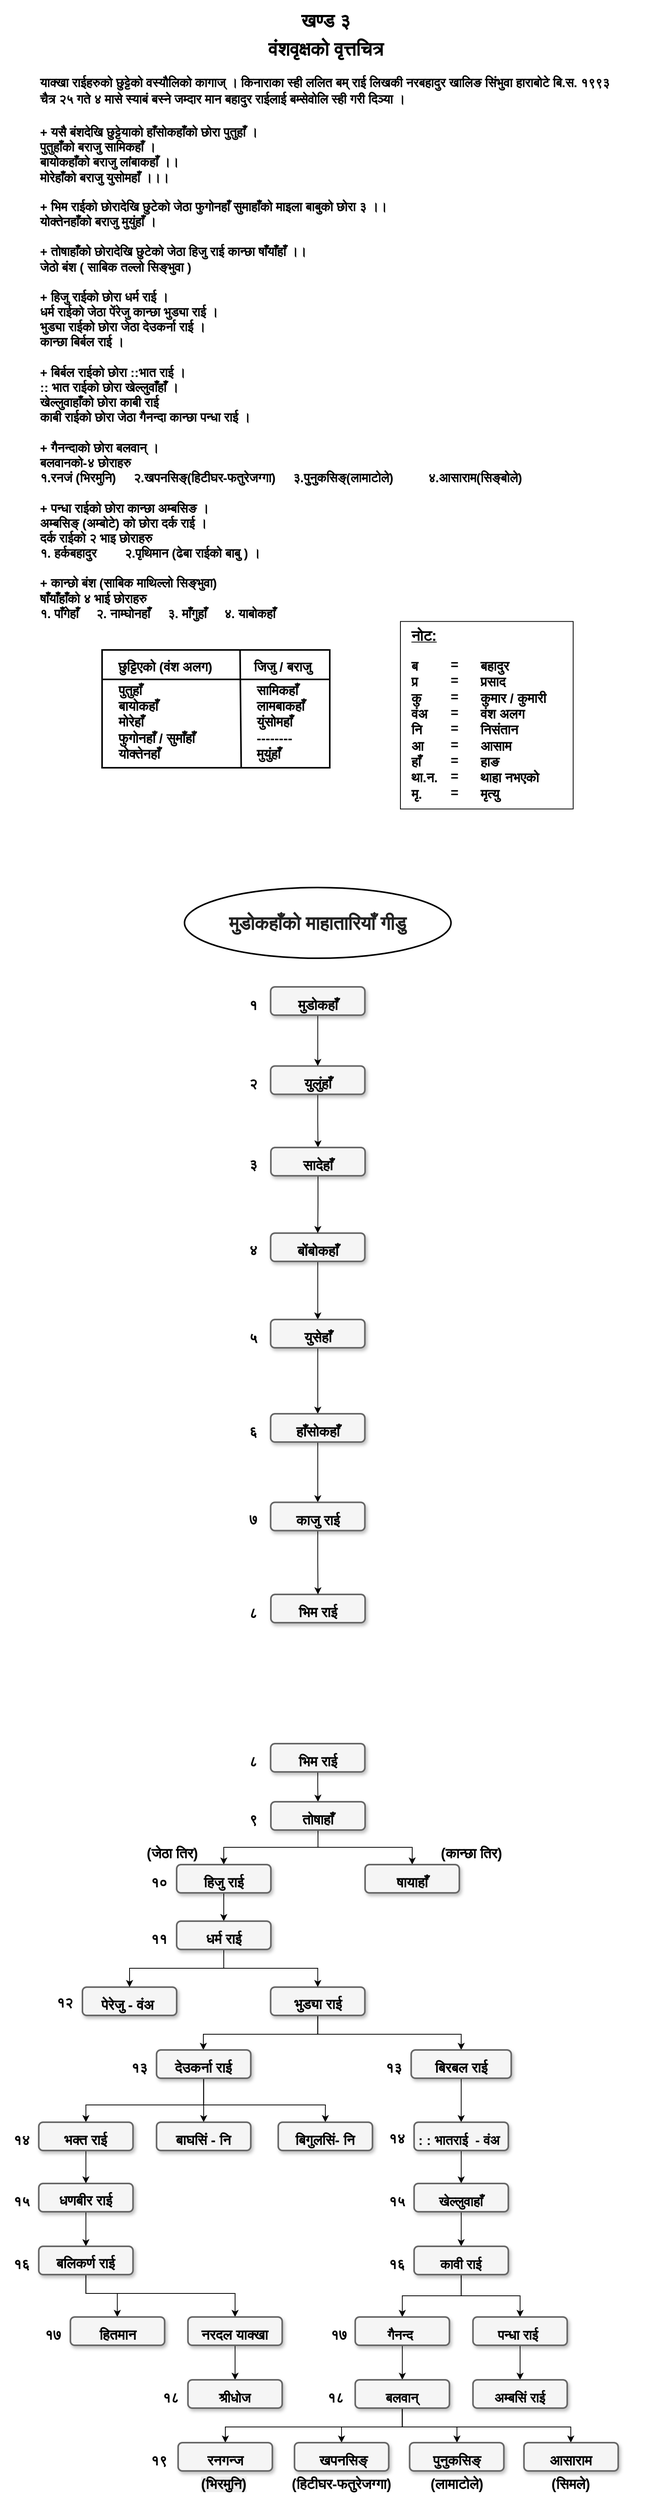
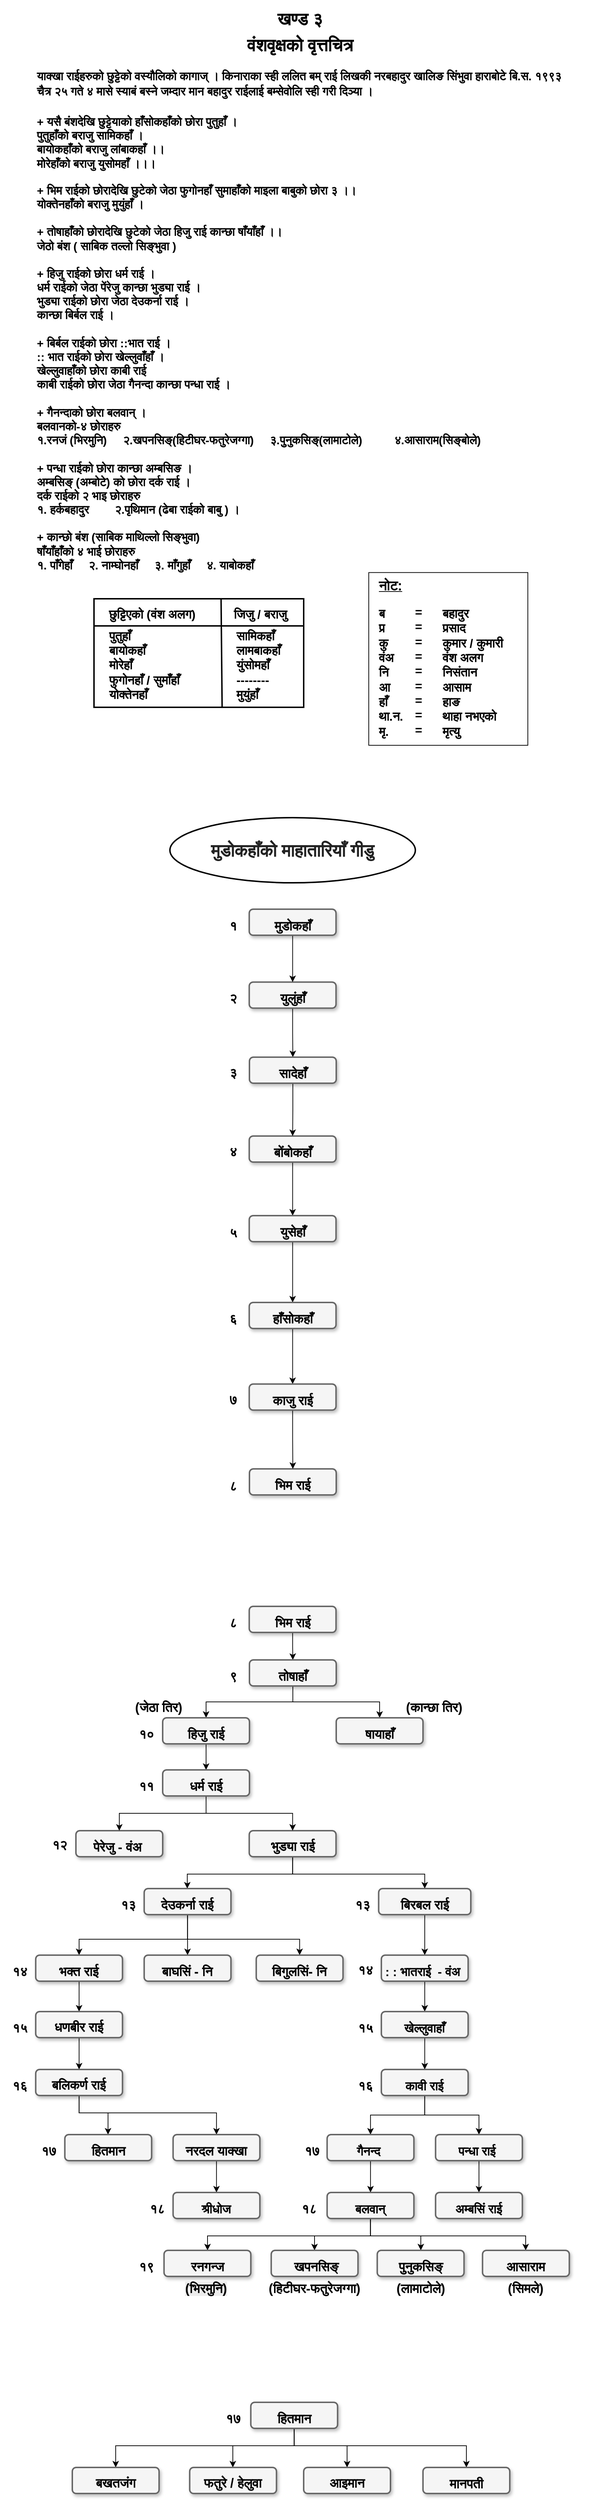
<mxfile host="app.diagrams.net">
  <diagram name="Page-1" id="8f1rnoJ54imUJZ3Wqrcn">
-     <mxGraphModel dx="2435" dy="1290" grid="1" gridSize="10" guides="1" tooltips="1" connect="1" arrows="1" fold="1" page="1" pageScale="1" pageWidth="850" pageHeight="1100" math="0" shadow="0">
+     <mxGraphModel dx="1082" dy="573" grid="1" gridSize="10" guides="1" tooltips="1" connect="1" arrows="1" fold="1" page="1" pageScale="1" pageWidth="850" pageHeight="1100" math="0" shadow="0">
      <root>
        <mxCell id="0" />
        <mxCell id="1" parent="0" />
        <mxCell id="NBtEsrI96ws6vpRakEqm-1" parent="1" style="rounded=0;whiteSpace=wrap;html=1;" value="" vertex="1">
          <mxGeometry height="238.75" width="220" x="530" y="821.25" as="geometry" />
        </mxCell>
        <mxCell id="NBtEsrI96ws6vpRakEqm-2" parent="1" style="text;whiteSpace=wrap;html=1;align=left;fontSize=15;verticalAlign=bottom;fontStyle=1;strokeWidth=2;" value="&lt;font style=&quot;line-height: 1.3;&quot;&gt;&lt;br&gt;&lt;font style=&quot;font-size: 16px;&quot;&gt;याक्खा राईहरुको छुट्टेको वस्यौलिको कागाज् । किनाराका स्ही ललित बम् राई लिखकी नरबहादुर खालिङ सिंभुवा हाराबोटे बि.स. १९९३ चैत्र २५ गते ४ मासे स्याबं बस्ने जम्दार मान बहादुर राईलाई बम्सेवोलि स्ही गरी दिञ्या ।&lt;/font&gt;&lt;/font&gt;" vertex="1">
          <mxGeometry height="70" width="740" x="69.39" y="100" as="geometry" />
        </mxCell>
        <mxCell id="NBtEsrI96ws6vpRakEqm-3" parent="1" style="text;whiteSpace=wrap;html=1;align=left;fontSize=15;verticalAlign=bottom;fontStyle=1;strokeWidth=2;" value="&lt;div&gt;&lt;font style=&quot;font-size: 16px;&quot;&gt;+ यसै बंशदेखि छुट्टेयाको हाँसोकहाँको छोरा पुतुहाँ ।&lt;/font&gt;&lt;/div&gt;&lt;div&gt;&lt;font style=&quot;font-size: 16px;&quot;&gt;पुतुहाँको बराजु सामिकहाँ ।&lt;/font&gt;&lt;/div&gt;&lt;div&gt;&lt;font style=&quot;font-size: 16px;&quot;&gt;बायोकहाँको बराजु लांबाकहाँ ।।&lt;/font&gt;&lt;/div&gt;&lt;div&gt;&lt;font style=&quot;font-size: 16px;&quot;&gt;मोरेहाँको बराजु युसोमहाँ ।।।&lt;/font&gt;&lt;/div&gt;&lt;div&gt;&lt;br&gt;&lt;/div&gt;&lt;div&gt;&lt;font style=&quot;font-size: 16px;&quot;&gt;+ भिम राईको छोरादेखि छुटेको जेठा फुगोनहाँ सुमाहाँको माइला बाबुको छोरा ३ ।।&lt;/font&gt;&lt;/div&gt;&lt;div&gt;&lt;font style=&quot;font-size: 16px;&quot;&gt;योक्तेनहाँको बराजु मुयुंहाँ ।&lt;/font&gt;&lt;/div&gt;&lt;div&gt;&lt;font style=&quot;font-size: 16px;&quot;&gt;&lt;br&gt;&lt;/font&gt;&lt;/div&gt;&lt;div&gt;&lt;font style=&quot;font-size: 16px;&quot;&gt;+ तोषाहाँको छोरादेखि छुटेको जेठा हिजु राई कान्छा षाँयाँहाँ ।।&lt;/font&gt;&lt;/div&gt;&lt;div&gt;&lt;font style=&quot;font-size: 16px;&quot;&gt;जेठो बंश ( साबिक तल्लो सिङ्भुवा )&lt;/font&gt;&lt;/div&gt;&lt;div&gt;&lt;font style=&quot;font-size: 16px;&quot;&gt;&lt;br&gt;&lt;/font&gt;&lt;/div&gt;&lt;div&gt;&lt;font style=&quot;font-size: 16px;&quot;&gt;+ हिजु राईको छोरा धर्म राई ।&lt;/font&gt;&lt;/div&gt;&lt;div&gt;&lt;font style=&quot;font-size: 16px;&quot;&gt;धर्म राईको जेठा पेंरेजु कान्छा भुड्या राई ।&lt;/font&gt;&lt;/div&gt;&lt;div&gt;&lt;font style=&quot;font-size: 16px;&quot;&gt;भुड्या राईको छोरा जेठा देउकर्ना राई ।&lt;/font&gt;&lt;/div&gt;&lt;div&gt;&lt;font style=&quot;font-size: 16px;&quot;&gt;कान्छा बिर्बल राई ।&lt;/font&gt;&lt;/div&gt;&lt;div&gt;&lt;font style=&quot;font-size: 16px;&quot;&gt;&lt;br&gt;&lt;/font&gt;&lt;/div&gt;&lt;div&gt;&lt;font style=&quot;font-size: 16px;&quot;&gt;+ बिर्बल राईको छोरा ::भात राई ।&lt;/font&gt;&lt;/div&gt;&lt;div&gt;&lt;font style=&quot;font-size: 16px;&quot;&gt;:: भात राईको छोरा खेल्लुवाँहाँ ।&lt;/font&gt;&lt;/div&gt;&lt;div&gt;&lt;font style=&quot;font-size: 16px;&quot;&gt;खेल्लुवाहाँको छोरा काबी राई&amp;nbsp;&lt;/font&gt;&lt;/div&gt;&lt;div&gt;&lt;font style=&quot;font-size: 16px;&quot;&gt;काबी राईको छोरा जेठा गैनन्दा कान्छा पन्धा राई ।&lt;/font&gt;&lt;/div&gt;&lt;div&gt;&lt;font style=&quot;font-size: 16px;&quot;&gt;&lt;br&gt;&lt;/font&gt;&lt;/div&gt;&lt;div&gt;&lt;font style=&quot;font-size: 16px;&quot;&gt;+ गैनन्दाको छोरा बलवान् ।&lt;/font&gt;&lt;/div&gt;&lt;div&gt;&lt;font style=&quot;font-size: 16px;&quot;&gt;बलवानको-४ छोराहरु&lt;/font&gt;&lt;/div&gt;&lt;div&gt;&lt;font style=&quot;font-size: 16px;&quot;&gt;१.रनजं (भिरमुनि)&amp;nbsp; &amp;nbsp; &amp;nbsp;२.खपनसिङ्(हिटीघर-फतुरेजग्गा)&amp;nbsp; &amp;nbsp; &amp;nbsp;३.&lt;/font&gt;&lt;span style=&quot;font-size: 16px; background-color: transparent; color: light-dark(rgb(0, 0, 0), rgb(255, 255, 255));&quot;&gt;पुुनुकसिङ्(लामाटोले)&lt;/span&gt;&lt;span style=&quot;font-size: 16px;&quot;&gt;&amp;nbsp; &amp;nbsp; &amp;nbsp; &amp;nbsp; &amp;nbsp;&amp;nbsp;&lt;/span&gt;&lt;span style=&quot;font-size: 16px; background-color: transparent; color: light-dark(rgb(0, 0, 0), rgb(255, 255, 255));&quot;&gt;४.आसाराम(सिङ्बोले)&lt;/span&gt;&lt;/div&gt;&lt;div&gt;&lt;font style=&quot;font-size: 16px;&quot;&gt;&lt;br&gt;&lt;/font&gt;&lt;/div&gt;&lt;div&gt;&lt;font style=&quot;font-size: 16px;&quot;&gt;+ पन्धा राईको छोरा कान्छा अम्बसिङ ।&lt;/font&gt;&lt;/div&gt;&lt;div&gt;&lt;font style=&quot;font-size: 16px;&quot;&gt;अम्बसिङ् (अम्बोटे) को छोरा दर्क राई ।&lt;/font&gt;&lt;/div&gt;&lt;div&gt;&lt;font style=&quot;font-size: 16px;&quot;&gt;दर्क राईको २ भाइ छोराहरु&lt;/font&gt;&lt;/div&gt;&lt;div&gt;&lt;font style=&quot;font-size: 16px;&quot;&gt;१. हर्कबहादुर&amp;nbsp; &amp;nbsp; &amp;nbsp; &amp;nbsp; २.पृथिमान (ढेबा राईको बाबु ) ।&lt;/font&gt;&lt;/div&gt;&lt;div&gt;&lt;font style=&quot;font-size: 16px;&quot;&gt;&lt;br&gt;&lt;/font&gt;&lt;/div&gt;&lt;div&gt;&lt;font style=&quot;font-size: 16px;&quot;&gt;+ कान्छो बंश (साबिक माथिल्लो सिङ्भुवा)&lt;/font&gt;&lt;/div&gt;&lt;div&gt;&lt;font style=&quot;font-size: 16px;&quot;&gt;षाँयाँहाँको ४ भाई छोराहरु&amp;nbsp;&lt;/font&gt;&lt;/div&gt;&lt;div&gt;&lt;font style=&quot;font-size: 16px;&quot;&gt;१. पाँगेहाँ&amp;nbsp; &amp;nbsp; &amp;nbsp;२. नाम्घोनहाँ&amp;nbsp; &amp;nbsp; &amp;nbsp;३. माँगुहाँ&amp;nbsp; &amp;nbsp; &amp;nbsp;४. याबोकहाँ&amp;nbsp;&lt;/font&gt;&lt;/div&gt;" vertex="1">
          <mxGeometry height="692.5" width="770.61" x="69.39" y="130" as="geometry" />
        </mxCell>
        <mxCell id="NBtEsrI96ws6vpRakEqm-4" parent="1" style="text;whiteSpace=wrap;html=1;fontSize=30;align=center;strokeWidth=2;" value="&lt;b&gt;&lt;font style=&quot;font-size: 24px;&quot;&gt;खण्ड ३&lt;/font&gt;&lt;/b&gt;&lt;div&gt;&lt;b&gt;&lt;font style=&quot;font-size: 24px;&quot;&gt;वंशवृक्षको वृत्तचित्र&lt;/font&gt;&lt;/b&gt;&lt;/div&gt;" vertex="1">
          <mxGeometry height="50" width="770" x="50" y="30" as="geometry" />
        </mxCell>
        <mxCell id="NBtEsrI96ws6vpRakEqm-5" parent="1" style="rounded=0;whiteSpace=wrap;html=1;fontSize=17;align=left;fontStyle=1;strokeWidth=2;" value="" vertex="1">
          <mxGeometry height="150" width="290" x="150" y="857.5" as="geometry" />
        </mxCell>
        <mxCell id="NBtEsrI96ws6vpRakEqm-6" parent="1" style="text;html=1;align=center;verticalAlign=middle;resizable=0;points=[];autosize=1;strokeColor=none;fillColor=none;fontSize=17;fontStyle=1;strokeWidth=2;" value="&lt;span&gt;छुट्टिएको (&lt;/span&gt;&lt;span&gt;&lt;span&gt;वंश अलग&lt;/span&gt;&lt;/span&gt;&lt;span&gt;)&lt;/span&gt;" vertex="1">
          <mxGeometry height="30" width="160" x="150" y="865" as="geometry" />
        </mxCell>
        <mxCell id="NBtEsrI96ws6vpRakEqm-7" parent="1" style="text;html=1;align=center;verticalAlign=middle;resizable=0;points=[];autosize=1;strokeColor=none;fillColor=none;fontSize=17;fontStyle=1;strokeWidth=2;" value="&lt;span&gt;जिजु / बराजु&amp;nbsp;&lt;/span&gt;" vertex="1">
          <mxGeometry height="30" width="110" x="327.07000000000016" y="865" as="geometry" />
        </mxCell>
        <mxCell id="NBtEsrI96ws6vpRakEqm-8" parent="1" style="text;html=1;align=left;verticalAlign=middle;resizable=0;points=[];autosize=1;strokeColor=none;fillColor=none;fontSize=17;fontStyle=1;strokeWidth=2;" value="&lt;span style=&quot;font-family: calibri, sans-serif; text-align: center;&quot;&gt;पुत्लुङहाँ&lt;br&gt;&lt;/span&gt;बायोकहॅा&lt;br&gt;मोरेहाँ&amp;nbsp;&lt;br&gt;फुगोनहाँ/सुमाँहाँ&lt;br&gt;योक्तेनहाँ" vertex="1">
          <mxGeometry height="120" width="130" x="169.38999999999987" y="890.25" as="geometry" />
        </mxCell>
        <mxCell id="NBtEsrI96ws6vpRakEqm-9" parent="1" style="text;html=1;strokeColor=none;fillColor=none;align=left;verticalAlign=middle;whiteSpace=wrap;rounded=0;fontSize=17;fontStyle=1;strokeWidth=2;" value="सामिकहाँ&lt;br&gt;लामबाकहॅा&lt;br&gt;युंसोमहाँ&lt;br&gt;&lt;span&gt;--------&lt;br&gt;&lt;/span&gt;मुयुंहाँ" vertex="1">
          <mxGeometry height="47.5" width="120.01" x="344.9899999999998" y="926.5" as="geometry" />
        </mxCell>
        <mxCell id="NBtEsrI96ws6vpRakEqm-10" edge="1" parent="1" source="NBtEsrI96ws6vpRakEqm-5" style="endArrow=none;html=1;rounded=0;fontSize=17;entryX=0.606;entryY=0.001;entryDx=0;entryDy=0;entryPerimeter=0;exitX=0.611;exitY=0.999;exitDx=0;exitDy=0;exitPerimeter=0;fontStyle=1;strokeWidth=2;" target="NBtEsrI96ws6vpRakEqm-5" value="">
          <mxGeometry height="50" relative="1" width="50" as="geometry">
            <mxPoint x="365.3600000000001" y="1100" as="sourcePoint" />
            <mxPoint x="172.36000000000013" y="940" as="targetPoint" />
          </mxGeometry>
        </mxCell>
        <mxCell id="NBtEsrI96ws6vpRakEqm-11" parent="1" style="text;html=1;align=left;verticalAlign=middle;resizable=0;points=[];autosize=1;strokeColor=none;fillColor=none;fontSize=17;fontStyle=1;strokeWidth=2;" value="&lt;div&gt;&lt;span style=&quot;background-color: transparent; color: light-dark(rgb(0, 0, 0), rgb(255, 255, 255));&quot;&gt;ब&amp;nbsp; &amp;nbsp; &amp;nbsp; &amp;nbsp;&lt;/span&gt;&lt;/div&gt;&lt;div&gt;&lt;div&gt;प्र&amp;nbsp; &amp;nbsp; &amp;nbsp; &amp;nbsp;&lt;/div&gt;&lt;div&gt;कु&amp;nbsp; &amp;nbsp; &amp;nbsp;&amp;nbsp;&lt;/div&gt;&lt;div&gt;वंअ&amp;nbsp; &amp;nbsp;&amp;nbsp;&lt;/div&gt;&lt;div&gt;नि&amp;nbsp; &amp;nbsp; &amp;nbsp;&lt;/div&gt;&lt;div&gt;आ&amp;nbsp;&amp;nbsp;&lt;/div&gt;&lt;div&gt;हाँ&amp;nbsp; &amp;nbsp;&lt;/div&gt;&lt;div&gt;था.न.&lt;/div&gt;&lt;div&gt;मृ&lt;span style=&quot;background-color: transparent; color: light-dark(rgb(0, 0, 0), rgb(255, 255, 255));&quot;&gt;.&lt;/span&gt;&lt;/div&gt;&lt;/div&gt;" vertex="1">
          <mxGeometry height="200" width="70" x="542.4099999999995" y="860" as="geometry" />
        </mxCell>
        <mxCell id="NBtEsrI96ws6vpRakEqm-12" edge="1" parent="1" source="NBtEsrI96ws6vpRakEqm-5" style="endArrow=none;html=1;rounded=0;fontSize=17;exitX=1;exitY=0.25;exitDx=0;exitDy=0;entryX=0;entryY=0.25;entryDx=0;entryDy=0;strokeWidth=2;" target="NBtEsrI96ws6vpRakEqm-5" value="">
          <mxGeometry height="50" relative="1" width="50" as="geometry">
            <mxPoint x="10" y="1037.5" as="sourcePoint" />
            <mxPoint x="60" y="987.5" as="targetPoint" />
          </mxGeometry>
        </mxCell>
        <mxCell id="NBtEsrI96ws6vpRakEqm-13" parent="1" style="rounded=0;whiteSpace=wrap;html=1;fontSize=17;align=left;fontStyle=1;strokeWidth=2;" value="" vertex="1">
          <mxGeometry height="150" width="290" x="150" y="857.5" as="geometry" />
        </mxCell>
        <mxCell id="NBtEsrI96ws6vpRakEqm-14" parent="1" style="text;html=1;align=center;verticalAlign=middle;resizable=0;points=[];autosize=1;strokeColor=none;fillColor=none;fontSize=17;fontStyle=1;strokeWidth=2;" value="&lt;span&gt;छुट्टिएको (&lt;/span&gt;&lt;span&gt;&lt;span&gt;वंश अलग&lt;/span&gt;&lt;/span&gt;&lt;span&gt;)&lt;/span&gt;" vertex="1">
          <mxGeometry height="30" width="160" x="150" y="865" as="geometry" />
        </mxCell>
        <mxCell id="NBtEsrI96ws6vpRakEqm-15" parent="1" style="text;html=1;align=center;verticalAlign=middle;resizable=0;points=[];autosize=1;strokeColor=none;fillColor=none;fontSize=17;fontStyle=1;strokeWidth=2;" value="&lt;span&gt;जिजु / बराजु&amp;nbsp;&lt;/span&gt;" vertex="1">
          <mxGeometry height="30" width="110" x="327.07000000000016" y="865" as="geometry" />
        </mxCell>
        <mxCell id="NBtEsrI96ws6vpRakEqm-16" parent="1" style="text;html=1;align=left;verticalAlign=middle;resizable=0;points=[];autosize=1;strokeColor=none;fillColor=none;fontSize=17;fontStyle=1;strokeWidth=2;" value="&lt;span style=&quot;white-space: normal;&quot;&gt;पुतुहाँ&amp;nbsp;&lt;/span&gt;&lt;span style=&quot;font-family: calibri, sans-serif; text-align: center;&quot;&gt;&lt;br&gt;&lt;/span&gt;बायोकहाँ&lt;br&gt;मोरेहाँ&amp;nbsp;&lt;br&gt;फुगोनहाँ /&amp;nbsp;सुमाँहाँ&lt;br&gt;योक्तेनहाँ" vertex="1">
          <mxGeometry height="120" width="140" x="169.38999999999987" y="890.25" as="geometry" />
        </mxCell>
        <mxCell id="NBtEsrI96ws6vpRakEqm-17" parent="1" style="text;html=1;strokeColor=none;fillColor=none;align=left;verticalAlign=middle;whiteSpace=wrap;rounded=0;fontSize=17;fontStyle=1;strokeWidth=2;" value="सामिकहाँ&lt;br&gt;लामबाकहाँ&lt;br&gt;युंसोमहाँ&lt;br&gt;&lt;span&gt;--------&lt;br&gt;&lt;/span&gt;मुयुंहाँ" vertex="1">
          <mxGeometry height="47.5" width="120.01" x="344.9899999999998" y="926.5" as="geometry" />
        </mxCell>
        <mxCell id="NBtEsrI96ws6vpRakEqm-18" edge="1" parent="1" source="NBtEsrI96ws6vpRakEqm-13" style="endArrow=none;html=1;rounded=0;fontSize=17;entryX=0.606;entryY=0.001;entryDx=0;entryDy=0;entryPerimeter=0;exitX=0.611;exitY=0.999;exitDx=0;exitDy=0;exitPerimeter=0;fontStyle=1;strokeWidth=2;" target="NBtEsrI96ws6vpRakEqm-13" value="">
          <mxGeometry height="50" relative="1" width="50" as="geometry">
            <mxPoint x="365.3600000000001" y="1100" as="sourcePoint" />
            <mxPoint x="172.36000000000013" y="940" as="targetPoint" />
          </mxGeometry>
        </mxCell>
        <mxCell id="NBtEsrI96ws6vpRakEqm-19" edge="1" parent="1" source="NBtEsrI96ws6vpRakEqm-13" style="endArrow=none;html=1;rounded=0;fontSize=17;exitX=1;exitY=0.25;exitDx=0;exitDy=0;entryX=0;entryY=0.25;entryDx=0;entryDy=0;strokeWidth=2;" target="NBtEsrI96ws6vpRakEqm-13" value="">
          <mxGeometry height="50" relative="1" width="50" as="geometry">
            <mxPoint x="10" y="1037.5" as="sourcePoint" />
            <mxPoint x="60" y="987.5" as="targetPoint" />
          </mxGeometry>
        </mxCell>
        <mxCell id="NBtEsrI96ws6vpRakEqm-20" parent="1" style="text;html=1;align=left;verticalAlign=middle;resizable=0;points=[];autosize=1;strokeColor=none;fillColor=none;fontSize=17;fontStyle=1;strokeWidth=2;" value="&lt;div&gt;&lt;span style=&quot;background-color: transparent; color: light-dark(rgb(0, 0, 0), rgb(255, 255, 255));&quot;&gt;बहादुर&lt;/span&gt;&lt;/div&gt;&lt;div&gt;&lt;div&gt;प्रसाद&lt;/div&gt;&lt;div&gt;कुमार / कुमारी&lt;/div&gt;&lt;div&gt;वंश अलग&lt;/div&gt;&lt;div&gt;निसंतान&lt;/div&gt;&lt;div&gt;आसाम&lt;/div&gt;&lt;div&gt;हाङ&lt;/div&gt;&lt;div&gt;थाहा नभएको&lt;/div&gt;&lt;div&gt;मृत्यु&lt;/div&gt;&lt;/div&gt;" vertex="1">
          <mxGeometry height="200" width="120" x="630" y="860" as="geometry" />
        </mxCell>
        <mxCell id="NBtEsrI96ws6vpRakEqm-21" parent="1" style="text;html=1;align=left;verticalAlign=middle;resizable=0;points=[];autosize=1;strokeColor=none;fillColor=none;fontSize=17;fontStyle=1;strokeWidth=2;" value="&lt;div style=&quot;line-height: 0%;&quot;&gt;&lt;font style=&quot;font-size: 19px;&quot;&gt;&lt;u&gt;नोट:&lt;/u&gt;&lt;/font&gt;&lt;/div&gt;&lt;div&gt;&lt;br&gt;&lt;/div&gt;" vertex="1">
          <mxGeometry height="30" width="60" x="542.4099999999996" y="835" as="geometry" />
        </mxCell>
        <mxCell id="NBtEsrI96ws6vpRakEqm-22" parent="1" style="text;html=1;align=left;verticalAlign=middle;resizable=0;points=[];autosize=1;strokeColor=none;fillColor=none;fontSize=17;fontStyle=1;strokeWidth=2;" value="&lt;div&gt;=&lt;/div&gt;&lt;div&gt;=&lt;/div&gt;&lt;div&gt;=&lt;/div&gt;&lt;div&gt;=&lt;/div&gt;&lt;div&gt;=&lt;/div&gt;&lt;div&gt;=&lt;/div&gt;&lt;div&gt;=&lt;/div&gt;&lt;div&gt;=&lt;/div&gt;&lt;div&gt;=&lt;/div&gt;" vertex="1">
          <mxGeometry height="200" width="30" x="592.4099999999999" y="857.5" as="geometry" />
        </mxCell>
        <mxCell id="HC7JwPmeRxHDK6S5ApcA-7" edge="1" parent="1" source="fXanKe78MrKRruurNkE3-110" style="edgeStyle=orthogonalEdgeStyle;rounded=0;orthogonalLoop=1;jettySize=auto;html=1;fontSize=18;" target="fXanKe78MrKRruurNkE3-116" value="">
          <mxGeometry relative="1" as="geometry" />
        </mxCell>
        <mxCell id="fXanKe78MrKRruurNkE3-110" parent="1" style="whiteSpace=wrap;html=1;rounded=1;shadow=1;strokeWidth=2;fontSize=18;align=center;fillColor=#f5f5f5;strokeColor=#666666;verticalAlign=bottom;fontStyle=1" value="&lt;p class=&quot;MsoNormal&quot; style=&quot;margin-bottom: 0.0001pt; line-height: normal;&quot;&gt;&lt;span style=&quot;line-height: 107%; font-family: calibri, sans-serif;&quot;&gt;बोंबोकहाँ&lt;/span&gt;&lt;br&gt;&lt;/p&gt;" vertex="1">
          <mxGeometry height="36" width="120" x="364.71000000000026" y="1600" as="geometry" />
        </mxCell>
        <mxCell id="HC7JwPmeRxHDK6S5ApcA-5" edge="1" parent="1" source="fXanKe78MrKRruurNkE3-114" style="edgeStyle=orthogonalEdgeStyle;rounded=0;orthogonalLoop=1;jettySize=auto;html=1;fontSize=18;" target="fXanKe78MrKRruurNkE3-141" value="">
          <mxGeometry relative="1" as="geometry" />
        </mxCell>
        <mxCell id="fXanKe78MrKRruurNkE3-114" parent="1" style="whiteSpace=wrap;html=1;rounded=1;shadow=1;strokeWidth=2;fontSize=18;align=center;fillColor=#f5f5f5;strokeColor=#666666;verticalAlign=bottom;fontStyle=1" value="&lt;p class=&quot;MsoNormal&quot; style=&quot;margin-bottom: 0.0001pt; line-height: normal;&quot;&gt;&lt;span style=&quot;line-height: 107%; font-family: calibri, sans-serif;&quot;&gt;युलुंहाँ&lt;/span&gt;&lt;br&gt;&lt;/p&gt;" vertex="1">
          <mxGeometry height="36" width="120" x="364.71" y="1387.25" as="geometry" />
        </mxCell>
        <mxCell id="HC7JwPmeRxHDK6S5ApcA-8" edge="1" parent="1" source="fXanKe78MrKRruurNkE3-116" style="edgeStyle=orthogonalEdgeStyle;rounded=0;orthogonalLoop=1;jettySize=auto;html=1;fontSize=18;" target="fXanKe78MrKRruurNkE3-147" value="">
          <mxGeometry relative="1" as="geometry" />
        </mxCell>
        <mxCell id="fXanKe78MrKRruurNkE3-116" parent="1" style="whiteSpace=wrap;html=1;rounded=1;shadow=1;strokeWidth=2;fontSize=18;align=center;fillColor=#f5f5f5;strokeColor=#666666;verticalAlign=bottom;fontStyle=1" value="&lt;p class=&quot;MsoNormal&quot; style=&quot;margin-bottom: 0.0001pt; line-height: normal;&quot;&gt;&lt;span&gt;युसेहाँ&lt;/span&gt;&lt;br&gt;&lt;/p&gt;" vertex="1">
          <mxGeometry height="36" width="120" x="364.71000000000015" y="1710" as="geometry" />
        </mxCell>
        <mxCell id="HC7JwPmeRxHDK6S5ApcA-4" edge="1" parent="1" source="fXanKe78MrKRruurNkE3-121" style="edgeStyle=orthogonalEdgeStyle;rounded=0;orthogonalLoop=1;jettySize=auto;html=1;fontSize=18;" target="fXanKe78MrKRruurNkE3-114" value="">
          <mxGeometry relative="1" as="geometry" />
        </mxCell>
        <mxCell id="fXanKe78MrKRruurNkE3-121" parent="1" style="whiteSpace=wrap;html=1;rounded=1;shadow=1;strokeWidth=2;fontSize=18;align=center;fillColor=#f5f5f5;strokeColor=#666666;verticalAlign=bottom;fontStyle=1" value="&lt;p class=&quot;MsoNormal&quot; style=&quot;margin-bottom: 0.0001pt; line-height: normal;&quot;&gt;&lt;span&gt;मुडोकहाँ&lt;/span&gt;&lt;br&gt;&lt;/p&gt;" vertex="1">
          <mxGeometry height="36" width="120" x="364.71000000000015" y="1286.5" as="geometry" />
        </mxCell>
        <mxCell id="fXanKe78MrKRruurNkE3-125" parent="1" style="whiteSpace=wrap;html=1;rounded=1;shadow=1;strokeWidth=2;fontSize=18;align=center;fillColor=#f5f5f5;strokeColor=#666666;verticalAlign=bottom;fontStyle=1" value="&lt;p class=&quot;MsoNormal&quot; style=&quot;margin-bottom: 0.0001pt; line-height: normal;&quot;&gt;&lt;span style=&quot;line-height: 107%; font-family: calibri, sans-serif;&quot;&gt;भिम राई&lt;/span&gt;&lt;br&gt;&lt;/p&gt;" vertex="1">
          <mxGeometry height="36" width="120" x="365" y="2060" as="geometry" />
        </mxCell>
        <mxCell id="fXanKe78MrKRruurNkE3-126" parent="1" style="ellipse;whiteSpace=wrap;html=1;fontSize=15;fontStyle=0;strokeWidth=2;" value="&lt;span style=&quot;&quot; id=&quot;docs-internal-guid-03e46b9b-7fff-9114-8b67-d3af49b749a7&quot;&gt;&lt;p dir=&quot;ltr&quot; style=&quot;line-height: 1.38; background-color: rgb(255, 255, 255); margin-top: 0pt; margin-bottom: 0pt;&quot;&gt;&lt;span style=&quot;font-family: Arial, sans-serif; color: rgb(34, 34, 34); background-color: transparent; font-variant: normal; vertical-align: baseline; white-space: pre-wrap;&quot;&gt;&lt;font style=&quot;font-size: 24px;&quot;&gt;&lt;b&gt;मुडोकहाँको माहातारियाँ गीडु&lt;/b&gt;&lt;/font&gt;&lt;/span&gt;&lt;/p&gt;&lt;/span&gt;" vertex="1">
          <mxGeometry height="90" width="339.42" x="255" y="1160" as="geometry" />
        </mxCell>
        <mxCell id="fXanKe78MrKRruurNkE3-127" parent="1" style="text;html=1;align=center;verticalAlign=middle;resizable=0;points=[];autosize=1;strokeColor=none;fillColor=none;fontSize=15;fontStyle=1;strokeWidth=2;" value="&lt;div style=&quot;text-align: left&quot;&gt;&lt;br&gt;&lt;/div&gt;" vertex="1">
          <mxGeometry height="30" width="20" x="453.79000000000025" y="1245" as="geometry" />
        </mxCell>
        <mxCell id="HC7JwPmeRxHDK6S5ApcA-6" edge="1" parent="1" source="fXanKe78MrKRruurNkE3-141" style="edgeStyle=orthogonalEdgeStyle;rounded=0;orthogonalLoop=1;jettySize=auto;html=1;fontSize=18;" target="fXanKe78MrKRruurNkE3-110" value="">
          <mxGeometry relative="1" as="geometry" />
        </mxCell>
        <mxCell id="fXanKe78MrKRruurNkE3-141" parent="1" style="whiteSpace=wrap;html=1;rounded=1;shadow=1;strokeWidth=2;fontSize=18;align=center;fillColor=#f5f5f5;strokeColor=#666666;verticalAlign=bottom;fontStyle=1" value="&lt;p class=&quot;MsoNormal&quot; style=&quot;margin-bottom: 0.0001pt; line-height: normal;&quot;&gt;&lt;span&gt;सादेहाँ&lt;/span&gt;&lt;br&gt;&lt;/p&gt;" vertex="1">
          <mxGeometry height="36" width="120" x="365.00000000000017" y="1491" as="geometry" />
        </mxCell>
        <mxCell id="HC7JwPmeRxHDK6S5ApcA-9" edge="1" parent="1" source="fXanKe78MrKRruurNkE3-147" style="edgeStyle=orthogonalEdgeStyle;rounded=0;orthogonalLoop=1;jettySize=auto;html=1;fontSize=18;" target="fXanKe78MrKRruurNkE3-151" value="">
          <mxGeometry relative="1" as="geometry" />
        </mxCell>
        <mxCell id="fXanKe78MrKRruurNkE3-147" parent="1" style="whiteSpace=wrap;html=1;rounded=1;shadow=1;strokeWidth=2;fontSize=18;align=center;fillColor=#f5f5f5;strokeColor=#666666;verticalAlign=bottom;fontStyle=1" value="&lt;p class=&quot;MsoNormal&quot; style=&quot;margin-bottom: 0.0001pt; line-height: normal;&quot;&gt;&lt;span style=&quot;line-height: 107%; font-family: calibri, sans-serif;&quot;&gt;हाँसोकहाँ&lt;/span&gt;&lt;br&gt;&lt;/p&gt;" vertex="1">
          <mxGeometry height="36" width="120" x="364.7100000000002" y="1830" as="geometry" />
        </mxCell>
        <mxCell id="HC7JwPmeRxHDK6S5ApcA-12" edge="1" parent="1" source="fXanKe78MrKRruurNkE3-151" style="edgeStyle=orthogonalEdgeStyle;rounded=0;orthogonalLoop=1;jettySize=auto;html=1;" target="fXanKe78MrKRruurNkE3-125" value="">
          <mxGeometry relative="1" as="geometry" />
        </mxCell>
        <mxCell id="fXanKe78MrKRruurNkE3-151" parent="1" style="whiteSpace=wrap;html=1;rounded=1;shadow=1;strokeWidth=2;fontSize=18;align=center;fillColor=#f5f5f5;strokeColor=#666666;verticalAlign=bottom;fontStyle=1" value="&lt;p class=&quot;MsoNormal&quot; style=&quot;margin-bottom: 0.0001pt; line-height: normal;&quot;&gt;&lt;span style=&quot;line-height: 107%; font-family: calibri, sans-serif;&quot;&gt;काजु राई&lt;/span&gt;&lt;br&gt;&lt;/p&gt;" vertex="1">
          <mxGeometry height="36" width="120" x="364.71000000000004" y="1942.75" as="geometry" />
        </mxCell>
        <mxCell id="HC7JwPmeRxHDK6S5ApcA-14" parent="1" style="whiteSpace=wrap;html=1;rounded=1;shadow=1;strokeWidth=2;fontSize=18;align=center;fillColor=none;strokeColor=none;verticalAlign=bottom;fontStyle=1;labelBackgroundColor=none;" value="&lt;p class=&quot;MsoNormal&quot; style=&quot;margin-bottom: 0.0001pt; line-height: normal;&quot;&gt;&lt;b style=&quot;white-space: nowrap;&quot;&gt;&lt;font&gt;१&lt;/font&gt;&lt;/b&gt;&lt;/p&gt;" vertex="1">
          <mxGeometry height="36" width="44.71" x="320.29" y="1286.5" as="geometry" />
        </mxCell>
        <mxCell id="HC7JwPmeRxHDK6S5ApcA-15" parent="1" style="whiteSpace=wrap;html=1;rounded=1;shadow=1;strokeWidth=2;fontSize=18;align=center;fillColor=none;strokeColor=none;verticalAlign=bottom;fontStyle=1;labelBackgroundColor=none;" value="&lt;p class=&quot;MsoNormal&quot; style=&quot;margin-bottom: 0.0001pt; line-height: normal;&quot;&gt;&lt;b style=&quot;white-space: nowrap;&quot;&gt;२&lt;/b&gt;&lt;/p&gt;" vertex="1">
          <mxGeometry height="36" width="44.71" x="320.29" y="1387.25" as="geometry" />
        </mxCell>
        <mxCell id="HC7JwPmeRxHDK6S5ApcA-16" parent="1" style="whiteSpace=wrap;html=1;rounded=1;shadow=1;strokeWidth=2;fontSize=18;align=center;fillColor=none;strokeColor=none;verticalAlign=bottom;fontStyle=1;labelBackgroundColor=none;" value="&lt;p class=&quot;MsoNormal&quot; style=&quot;margin-bottom: 0.0001pt; line-height: normal;&quot;&gt;&lt;b style=&quot;white-space: nowrap;&quot;&gt;३&lt;/b&gt;&lt;/p&gt;" vertex="1">
          <mxGeometry height="36" width="44.71" x="320" y="1490.25" as="geometry" />
        </mxCell>
        <mxCell id="HC7JwPmeRxHDK6S5ApcA-17" parent="1" style="whiteSpace=wrap;html=1;rounded=1;shadow=1;strokeWidth=2;fontSize=18;align=center;fillColor=none;strokeColor=none;verticalAlign=bottom;fontStyle=1;labelBackgroundColor=none;" value="&lt;p class=&quot;MsoNormal&quot; style=&quot;margin-bottom: 0.0001pt; line-height: normal;&quot;&gt;&lt;b style=&quot;white-space: nowrap;&quot;&gt;४&lt;/b&gt;&lt;/p&gt;" vertex="1">
          <mxGeometry height="36" width="44.71" x="320" y="1599" as="geometry" />
        </mxCell>
        <mxCell id="HC7JwPmeRxHDK6S5ApcA-18" parent="1" style="whiteSpace=wrap;html=1;rounded=1;shadow=1;strokeWidth=2;fontSize=18;align=center;fillColor=none;strokeColor=none;verticalAlign=bottom;fontStyle=1;labelBackgroundColor=none;" value="&lt;p class=&quot;MsoNormal&quot; style=&quot;margin-bottom: 0.0001pt; line-height: normal;&quot;&gt;&lt;b style=&quot;white-space: nowrap;&quot;&gt;५&lt;/b&gt;&lt;/p&gt;" vertex="1">
          <mxGeometry height="36" width="44.71" x="320" y="1711" as="geometry" />
        </mxCell>
        <mxCell id="HC7JwPmeRxHDK6S5ApcA-20" parent="1" style="whiteSpace=wrap;html=1;rounded=1;shadow=1;strokeWidth=2;fontSize=18;align=center;fillColor=none;strokeColor=none;verticalAlign=bottom;fontStyle=1;labelBackgroundColor=none;" value="&lt;p class=&quot;MsoNormal&quot; style=&quot;margin-bottom: 0.0001pt; line-height: normal;&quot;&gt;&lt;b style=&quot;white-space: nowrap;&quot;&gt;६&lt;/b&gt;&lt;/p&gt;" vertex="1">
          <mxGeometry height="36" width="44.71" x="320.29" y="1830" as="geometry" />
        </mxCell>
        <mxCell id="HC7JwPmeRxHDK6S5ApcA-21" parent="1" style="whiteSpace=wrap;html=1;rounded=1;shadow=1;strokeWidth=2;fontSize=18;align=center;fillColor=none;strokeColor=none;verticalAlign=bottom;fontStyle=1;labelBackgroundColor=none;" value="&lt;p class=&quot;MsoNormal&quot; style=&quot;margin-bottom: 0.0001pt; line-height: normal;&quot;&gt;&lt;b style=&quot;white-space: nowrap;&quot;&gt;७&lt;/b&gt;&lt;/p&gt;" vertex="1">
          <mxGeometry height="36" width="44.71" x="320.29" y="1942" as="geometry" />
        </mxCell>
        <mxCell id="HC7JwPmeRxHDK6S5ApcA-23" parent="1" style="whiteSpace=wrap;html=1;rounded=1;shadow=1;strokeWidth=2;fontSize=18;align=center;fillColor=none;strokeColor=none;verticalAlign=bottom;fontStyle=1;labelBackgroundColor=none;" value="&lt;p class=&quot;MsoNormal&quot; style=&quot;margin-bottom: 0.0001pt; line-height: normal;&quot;&gt;&lt;b style=&quot;white-space: nowrap;&quot;&gt;&lt;font&gt;८&lt;/font&gt;&lt;/b&gt;&lt;/p&gt;" vertex="1">
          <mxGeometry height="36" width="44.71" x="320.29" y="2061.25" as="geometry" />
        </mxCell>
        <mxCell id="l-Gm7z34S9j7BBEeNZDr-138" parent="1" style="text;html=1;align=center;verticalAlign=middle;resizable=0;points=[];autosize=1;strokeColor=none;fillColor=none;fontSize=18;strokeWidth=2;" value="&lt;b&gt;(कान्छा तिर)&lt;/b&gt;" vertex="1">
          <mxGeometry height="40" width="120" x="559.9999999999999" y="2370" as="geometry" />
        </mxCell>
        <mxCell id="l-Gm7z34S9j7BBEeNZDr-139" parent="1" style="text;html=1;align=center;verticalAlign=middle;resizable=0;points=[];autosize=1;strokeColor=none;fillColor=none;fontSize=18;strokeWidth=2;" value="&lt;b&gt;(&lt;/b&gt;&lt;b&gt;जेठा तिर)&lt;/b&gt;" vertex="1">
          <mxGeometry height="40" width="100" x="189.38999999999947" y="2370" as="geometry" />
        </mxCell>
        <mxCell id="l-Gm7z34S9j7BBEeNZDr-147" edge="1" parent="1" style="edgeStyle=orthogonalEdgeStyle;rounded=0;orthogonalLoop=1;jettySize=auto;html=1;exitX=0.5;exitY=1;exitDx=0;exitDy=0;entryX=0.5;entryY=0;entryDx=0;entryDy=0;fontSize=18;endArrow=classic;endFill=1;fontStyle=1;strokeWidth=2;" target="l-Gm7z34S9j7BBEeNZDr-155">
          <mxGeometry relative="1" as="geometry">
            <mxPoint x="2790.0699999999997" y="2216" as="sourcePoint" />
          </mxGeometry>
        </mxCell>
        <mxCell id="l-Gm7z34S9j7BBEeNZDr-154" edge="1" parent="1" style="edgeStyle=orthogonalEdgeStyle;rounded=0;orthogonalLoop=1;jettySize=auto;html=1;exitX=0.5;exitY=1;exitDx=0;exitDy=0;fontStyle=1;fontSize=18;strokeWidth=2;" target="l-Gm7z34S9j7BBEeNZDr-157">
          <mxGeometry relative="1" as="geometry">
            <mxPoint x="2785.5699999999997" y="2281" as="sourcePoint" />
          </mxGeometry>
        </mxCell>
        <mxCell id="l-Gm7z34S9j7BBEeNZDr-156" edge="1" parent="1" style="edgeStyle=orthogonalEdgeStyle;rounded=0;orthogonalLoop=1;jettySize=auto;html=1;exitX=0.5;exitY=1;exitDx=0;exitDy=0;entryX=0.5;entryY=0;entryDx=0;entryDy=0;fontSize=18;verticalAlign=bottom;fontStyle=1;strokeWidth=2;" target="l-Gm7z34S9j7BBEeNZDr-160">
          <mxGeometry relative="1" as="geometry">
            <mxPoint x="2785.5699999999997" y="2336" as="sourcePoint" />
          </mxGeometry>
        </mxCell>
        <mxCell id="l-Gm7z34S9j7BBEeNZDr-231" edge="1" parent="1" source="l-Gm7z34S9j7BBEeNZDr-227" style="edgeStyle=orthogonalEdgeStyle;rounded=0;orthogonalLoop=1;jettySize=auto;html=1;fontSize=18;" target="l-Gm7z34S9j7BBEeNZDr-229" value="">
          <mxGeometry relative="1" as="geometry" />
        </mxCell>
        <mxCell id="l-Gm7z34S9j7BBEeNZDr-227" parent="1" style="whiteSpace=wrap;html=1;rounded=1;shadow=1;strokeWidth=2;fontSize=18;align=center;fillColor=#f5f5f5;strokeColor=#666666;verticalAlign=bottom;fontStyle=1" value="&lt;p class=&quot;MsoNormal&quot; style=&quot;margin-bottom: 0.0001pt; line-height: normal;&quot;&gt;&lt;span style=&quot;line-height: 107%; font-family: calibri, sans-serif;&quot;&gt;भिम राई&lt;/span&gt;&lt;br&gt;&lt;/p&gt;" vertex="1">
          <mxGeometry height="36" width="120" x="364.71" y="2250" as="geometry" />
        </mxCell>
        <mxCell id="l-Gm7z34S9j7BBEeNZDr-228" parent="1" style="whiteSpace=wrap;html=1;rounded=1;shadow=1;strokeWidth=2;fontSize=18;align=center;fillColor=none;strokeColor=none;verticalAlign=bottom;fontStyle=1;labelBackgroundColor=none;" value="&lt;p class=&quot;MsoNormal&quot; style=&quot;margin-bottom: 0.0001pt; line-height: normal;&quot;&gt;&lt;b style=&quot;white-space: nowrap;&quot;&gt;८&lt;/b&gt;&lt;/p&gt;" vertex="1">
          <mxGeometry height="36" width="44.71" x="320.29" y="2250" as="geometry" />
        </mxCell>
        <mxCell id="l-Gm7z34S9j7BBEeNZDr-236" edge="1" parent="1" source="l-Gm7z34S9j7BBEeNZDr-229" style="edgeStyle=orthogonalEdgeStyle;rounded=0;orthogonalLoop=1;jettySize=auto;html=1;fontSize=18;" target="l-Gm7z34S9j7BBEeNZDr-233">
          <mxGeometry relative="1" as="geometry" />
        </mxCell>
        <mxCell id="l-Gm7z34S9j7BBEeNZDr-237" edge="1" parent="1" source="l-Gm7z34S9j7BBEeNZDr-229" style="edgeStyle=orthogonalEdgeStyle;rounded=0;orthogonalLoop=1;jettySize=auto;html=1;fontSize=18;" target="l-Gm7z34S9j7BBEeNZDr-234">
          <mxGeometry relative="1" as="geometry" />
        </mxCell>
        <mxCell id="l-Gm7z34S9j7BBEeNZDr-229" parent="1" style="whiteSpace=wrap;html=1;rounded=1;shadow=1;strokeWidth=2;fontSize=18;align=center;fillColor=#f5f5f5;strokeColor=#666666;verticalAlign=bottom;fontStyle=1" value="&lt;p class=&quot;MsoNormal&quot; style=&quot;margin-bottom: 0.0001pt; line-height: normal;&quot;&gt;&lt;span style=&quot;line-height: 107%; font-family: calibri, sans-serif;&quot;&gt;तोषाहाँ&lt;/span&gt;&lt;br&gt;&lt;/p&gt;" vertex="1">
          <mxGeometry height="36" width="120" x="365" y="2324" as="geometry" />
        </mxCell>
        <mxCell id="l-Gm7z34S9j7BBEeNZDr-232" parent="1" style="whiteSpace=wrap;html=1;rounded=1;shadow=1;strokeWidth=2;fontSize=18;align=center;fillColor=none;strokeColor=none;verticalAlign=bottom;fontStyle=1;labelBackgroundColor=none;" value="&lt;p class=&quot;MsoNormal&quot; style=&quot;margin-bottom: 0.0001pt; line-height: normal;&quot;&gt;&lt;span style=&quot;text-wrap-mode: nowrap;&quot;&gt;९&lt;/span&gt;&lt;/p&gt;" vertex="1">
          <mxGeometry height="36" width="44.71" x="320.00000000000006" y="2324" as="geometry" />
        </mxCell>
        <mxCell id="l-Gm7z34S9j7BBEeNZDr-260" edge="1" parent="1" source="l-Gm7z34S9j7BBEeNZDr-233" style="edgeStyle=orthogonalEdgeStyle;rounded=0;orthogonalLoop=1;jettySize=auto;html=1;entryX=0.5;entryY=0;entryDx=0;entryDy=0;fontSize=18;" target="l-Gm7z34S9j7BBEeNZDr-256">
          <mxGeometry relative="1" as="geometry" />
        </mxCell>
        <mxCell id="l-Gm7z34S9j7BBEeNZDr-233" parent="1" style="whiteSpace=wrap;html=1;rounded=1;shadow=1;strokeWidth=2;fontSize=18;align=center;fillColor=#f5f5f5;strokeColor=#666666;verticalAlign=bottom;fontStyle=1" value="&lt;p class=&quot;MsoNormal&quot; style=&quot;margin-bottom: 0.0001pt; line-height: normal;&quot;&gt;&lt;span style=&quot;line-height: 107%; font-family: calibri, sans-serif;&quot;&gt;हिजु राई&lt;/span&gt;&lt;br&gt;&lt;/p&gt;" vertex="1">
          <mxGeometry height="36" width="120" x="245" y="2404" as="geometry" />
        </mxCell>
        <mxCell id="l-Gm7z34S9j7BBEeNZDr-234" parent="1" style="whiteSpace=wrap;html=1;rounded=1;shadow=1;strokeWidth=2;fontSize=18;align=center;fillColor=#f5f5f5;strokeColor=#666666;verticalAlign=bottom;fontStyle=1" value="&lt;p class=&quot;MsoNormal&quot; style=&quot;margin-bottom: 0.0001pt; line-height: normal;&quot;&gt;&lt;span style=&quot;line-height: 107%; font-family: calibri, sans-serif;&quot;&gt;षायाहाँ&lt;/span&gt;&lt;br&gt;&lt;/p&gt;" vertex="1">
          <mxGeometry height="36" width="120" x="485" y="2404" as="geometry" />
        </mxCell>
        <mxCell id="l-Gm7z34S9j7BBEeNZDr-238" parent="1" style="whiteSpace=wrap;html=1;rounded=1;shadow=1;strokeWidth=2;fontSize=18;align=center;fillColor=none;strokeColor=none;verticalAlign=bottom;fontStyle=1;labelBackgroundColor=none;" value="&lt;p class=&quot;MsoNormal&quot; style=&quot;margin-bottom: 0.0001pt; line-height: normal;&quot;&gt;&lt;span style=&quot;text-wrap-mode: nowrap;&quot;&gt;१०&lt;/span&gt;&lt;/p&gt;" vertex="1">
          <mxGeometry height="36" width="44.71" x="200.29" y="2404" as="geometry" />
        </mxCell>
        <mxCell id="l-Gm7z34S9j7BBEeNZDr-250" parent="1" style="whiteSpace=wrap;html=1;rounded=1;shadow=1;strokeWidth=2;fontSize=18;align=center;fillColor=#f5f5f5;strokeColor=#666666;verticalAlign=bottom;fontStyle=1" value="&lt;p class=&quot;MsoNormal&quot; style=&quot;margin-bottom: 0.0001pt; line-height: normal;&quot;&gt;&lt;span style=&quot;line-height: 107%; font-family: calibri, sans-serif;&quot;&gt;पेरेजु - &lt;span&gt;वंअ&amp;nbsp;&lt;/span&gt;&lt;/span&gt;&lt;/p&gt;" vertex="1">
          <mxGeometry height="36" width="120" x="125" y="2560" as="geometry" />
        </mxCell>
        <mxCell id="l-Gm7z34S9j7BBEeNZDr-270" edge="1" parent="1" source="l-Gm7z34S9j7BBEeNZDr-252" style="edgeStyle=orthogonalEdgeStyle;rounded=0;orthogonalLoop=1;jettySize=auto;html=1;fontSize=18;" target="l-Gm7z34S9j7BBEeNZDr-266">
          <mxGeometry relative="1" as="geometry">
            <Array as="points">
              <mxPoint x="425" y="2620" />
              <mxPoint x="279" y="2620" />
            </Array>
          </mxGeometry>
        </mxCell>
        <mxCell id="l-Gm7z34S9j7BBEeNZDr-322" edge="1" parent="1" source="l-Gm7z34S9j7BBEeNZDr-252" style="edgeStyle=orthogonalEdgeStyle;rounded=0;orthogonalLoop=1;jettySize=auto;html=1;entryX=0.5;entryY=0;entryDx=0;entryDy=0;" target="l-Gm7z34S9j7BBEeNZDr-267">
          <mxGeometry relative="1" as="geometry">
            <Array as="points">
              <mxPoint x="425" y="2620" />
              <mxPoint x="607" y="2620" />
            </Array>
          </mxGeometry>
        </mxCell>
        <mxCell id="l-Gm7z34S9j7BBEeNZDr-252" parent="1" style="whiteSpace=wrap;html=1;rounded=1;shadow=1;strokeWidth=2;fontSize=18;align=center;fillColor=#f5f5f5;strokeColor=#666666;verticalAlign=bottom;fontStyle=1" value="भुड्या राई" vertex="1">
          <mxGeometry height="36" width="120" x="364.71000000000043" y="2560" as="geometry" />
        </mxCell>
        <mxCell id="l-Gm7z34S9j7BBEeNZDr-261" edge="1" parent="1" source="l-Gm7z34S9j7BBEeNZDr-256" style="edgeStyle=orthogonalEdgeStyle;rounded=0;orthogonalLoop=1;jettySize=auto;html=1;fontSize=18;" target="l-Gm7z34S9j7BBEeNZDr-250">
          <mxGeometry relative="1" as="geometry" />
        </mxCell>
        <mxCell id="l-Gm7z34S9j7BBEeNZDr-262" edge="1" parent="1" source="l-Gm7z34S9j7BBEeNZDr-256" style="edgeStyle=orthogonalEdgeStyle;rounded=0;orthogonalLoop=1;jettySize=auto;html=1;fontSize=18;" target="l-Gm7z34S9j7BBEeNZDr-252">
          <mxGeometry relative="1" as="geometry" />
        </mxCell>
        <mxCell id="l-Gm7z34S9j7BBEeNZDr-256" parent="1" style="whiteSpace=wrap;html=1;rounded=1;shadow=1;strokeWidth=2;fontSize=18;align=center;fillColor=#f5f5f5;strokeColor=#666666;verticalAlign=bottom;fontStyle=1" value="&lt;p class=&quot;MsoNormal&quot; style=&quot;margin-bottom: 0.0001pt; line-height: normal;&quot;&gt;&lt;span style=&quot;line-height: 107%; font-family: calibri, sans-serif;&quot;&gt;धर्म राई&lt;/span&gt;&lt;br&gt;&lt;/p&gt;" vertex="1">
          <mxGeometry height="36" width="120" x="245" y="2476" as="geometry" />
        </mxCell>
        <mxCell id="l-Gm7z34S9j7BBEeNZDr-263" parent="1" style="whiteSpace=wrap;html=1;rounded=1;shadow=1;strokeWidth=2;fontSize=18;align=center;fillColor=none;strokeColor=none;verticalAlign=bottom;fontStyle=1;labelBackgroundColor=none;" value="&lt;p class=&quot;MsoNormal&quot; style=&quot;margin-bottom: 0.0001pt; line-height: normal;&quot;&gt;&lt;span style=&quot;text-wrap-mode: nowrap;&quot;&gt;११&lt;/span&gt;&lt;/p&gt;" vertex="1">
          <mxGeometry height="36" width="44.71" x="200.29000000000002" y="2476" as="geometry" />
        </mxCell>
        <mxCell id="l-Gm7z34S9j7BBEeNZDr-264" parent="1" style="whiteSpace=wrap;html=1;rounded=1;shadow=1;strokeWidth=2;fontSize=18;align=center;fillColor=none;strokeColor=none;verticalAlign=bottom;fontStyle=1;labelBackgroundColor=none;" value="&lt;p class=&quot;MsoNormal&quot; style=&quot;margin-bottom: 0.0001pt; line-height: normal;&quot;&gt;&lt;span style=&quot;white-space: nowrap;&quot;&gt;१२&lt;/span&gt;&lt;/p&gt;" vertex="1">
          <mxGeometry height="36" width="44.71" x="80.28999999999999" y="2557" as="geometry" />
        </mxCell>
        <mxCell id="l-Gm7z34S9j7BBEeNZDr-276" edge="1" parent="1" source="l-Gm7z34S9j7BBEeNZDr-266" style="edgeStyle=orthogonalEdgeStyle;rounded=0;orthogonalLoop=1;jettySize=auto;html=1;entryX=0.5;entryY=0;entryDx=0;entryDy=0;" target="l-Gm7z34S9j7BBEeNZDr-273">
          <mxGeometry relative="1" as="geometry">
            <Array as="points">
              <mxPoint x="279" y="2710" />
              <mxPoint x="129" y="2710" />
            </Array>
          </mxGeometry>
        </mxCell>
        <mxCell id="l-Gm7z34S9j7BBEeNZDr-277" edge="1" parent="1" source="l-Gm7z34S9j7BBEeNZDr-266" style="edgeStyle=orthogonalEdgeStyle;rounded=0;orthogonalLoop=1;jettySize=auto;html=1;entryX=0.5;entryY=0;entryDx=0;entryDy=0;" target="l-Gm7z34S9j7BBEeNZDr-275" value="">
          <mxGeometry relative="1" as="geometry">
            <Array as="points">
              <mxPoint x="279" y="2710" />
              <mxPoint x="434" y="2710" />
            </Array>
          </mxGeometry>
        </mxCell>
        <mxCell id="l-Gm7z34S9j7BBEeNZDr-278" edge="1" parent="1" source="l-Gm7z34S9j7BBEeNZDr-266" style="edgeStyle=orthogonalEdgeStyle;rounded=0;orthogonalLoop=1;jettySize=auto;html=1;entryX=0.5;entryY=0;entryDx=0;entryDy=0;" target="l-Gm7z34S9j7BBEeNZDr-274">
          <mxGeometry relative="1" as="geometry">
            <Array as="points">
              <mxPoint x="280" y="2700" />
              <mxPoint x="280" y="2700" />
            </Array>
          </mxGeometry>
        </mxCell>
        <mxCell id="l-Gm7z34S9j7BBEeNZDr-266" parent="1" style="whiteSpace=wrap;html=1;rounded=1;shadow=1;strokeWidth=2;fontSize=18;align=center;fillColor=#f5f5f5;strokeColor=#666666;verticalAlign=bottom;fontStyle=1" value="&lt;p class=&quot;MsoNormal&quot; style=&quot;margin-bottom: 0.0001pt; line-height: normal;&quot;&gt;&lt;span style=&quot;line-height: 107%; font-family: calibri, sans-serif;&quot;&gt;देउकर्ना राई&lt;/span&gt;&lt;br&gt;&lt;/p&gt;" vertex="1">
          <mxGeometry height="36" width="120" x="219.39000000000001" y="2640" as="geometry" />
        </mxCell>
        <mxCell id="l-Gm7z34S9j7BBEeNZDr-325" edge="1" parent="1" source="l-Gm7z34S9j7BBEeNZDr-267" style="edgeStyle=orthogonalEdgeStyle;rounded=0;orthogonalLoop=1;jettySize=auto;html=1;" target="l-Gm7z34S9j7BBEeNZDr-302" value="">
          <mxGeometry relative="1" as="geometry" />
        </mxCell>
        <mxCell id="l-Gm7z34S9j7BBEeNZDr-267" parent="1" style="whiteSpace=wrap;html=1;rounded=1;shadow=1;strokeWidth=2;fontSize=18;align=center;fillColor=#f5f5f5;strokeColor=#666666;verticalAlign=bottom;fontStyle=1" value="&lt;p class=&quot;MsoNormal&quot; style=&quot;margin-bottom: 0.0001pt; line-height: normal;&quot;&gt;&lt;font face=&quot;calibri, sans-serif&quot;&gt;&lt;span&gt;बिरबल राई&lt;/span&gt;&lt;/font&gt;&lt;br&gt;&lt;/p&gt;" vertex="1">
          <mxGeometry height="36" width="127.41" x="543.7" y="2640" as="geometry" />
        </mxCell>
        <mxCell id="l-Gm7z34S9j7BBEeNZDr-293" edge="1" parent="1" source="l-Gm7z34S9j7BBEeNZDr-273" style="edgeStyle=orthogonalEdgeStyle;rounded=0;orthogonalLoop=1;jettySize=auto;html=1;" target="l-Gm7z34S9j7BBEeNZDr-284" value="">
          <mxGeometry relative="1" as="geometry" />
        </mxCell>
        <mxCell id="l-Gm7z34S9j7BBEeNZDr-273" parent="1" style="whiteSpace=wrap;html=1;rounded=1;shadow=1;strokeWidth=2;fontSize=18;align=center;fillColor=#f5f5f5;strokeColor=#666666;verticalAlign=bottom;fontStyle=1" value="&lt;p class=&quot;MsoNormal&quot; style=&quot;margin-bottom: 0.0001pt; line-height: normal;&quot;&gt;&lt;span style=&quot;line-height: 107%; font-family: calibri, sans-serif;&quot;&gt;भक्त राई&lt;/span&gt;&lt;br&gt;&lt;/p&gt;" vertex="1">
          <mxGeometry height="36" width="120" x="69.38999999999999" y="2732" as="geometry" />
        </mxCell>
        <mxCell id="l-Gm7z34S9j7BBEeNZDr-274" parent="1" style="whiteSpace=wrap;html=1;rounded=1;shadow=1;strokeWidth=2;fontSize=18;align=center;fillColor=#f5f5f5;strokeColor=#666666;verticalAlign=bottom;fontStyle=1" value="&lt;p class=&quot;MsoNormal&quot; style=&quot;margin-bottom: 0.0001pt; line-height: normal;&quot;&gt;&lt;span style=&quot;font-family: calibri, sans-serif;&quot;&gt;बाघसिं&amp;nbsp;&lt;/span&gt;&lt;span style=&quot;background-color: transparent;&quot;&gt;&lt;font face=&quot;calibri, sans-serif&quot;&gt;- नि&lt;/font&gt;&lt;/span&gt;&lt;/p&gt;" vertex="1">
          <mxGeometry height="36" width="120" x="219.39000000000016" y="2732" as="geometry" />
        </mxCell>
        <mxCell id="l-Gm7z34S9j7BBEeNZDr-275" parent="1" style="whiteSpace=wrap;html=1;rounded=1;shadow=1;strokeWidth=2;fontSize=18;align=center;fillColor=#f5f5f5;strokeColor=#666666;verticalAlign=bottom;fontStyle=1" value="&lt;p class=&quot;MsoNormal&quot; style=&quot;margin-bottom: 0.0001pt; line-height: normal;&quot;&gt;&lt;span style=&quot;background-color: transparent;&quot;&gt;&lt;font face=&quot;calibri, sans-serif&quot;&gt;बिगु&lt;/font&gt;&lt;/span&gt;&lt;span style=&quot;font-family: calibri, sans-serif;&quot;&gt;लसिं&lt;/span&gt;&lt;span style=&quot;background-color: transparent;&quot;&gt;&lt;font face=&quot;calibri, sans-serif&quot;&gt;- नि&lt;/font&gt;&lt;/span&gt;&lt;/p&gt;" vertex="1">
          <mxGeometry height="36" width="120" x="374.3799999999998" y="2732" as="geometry" />
        </mxCell>
        <mxCell id="l-Gm7z34S9j7BBEeNZDr-294" edge="1" parent="1" source="l-Gm7z34S9j7BBEeNZDr-284" style="edgeStyle=orthogonalEdgeStyle;rounded=0;orthogonalLoop=1;jettySize=auto;html=1;" target="l-Gm7z34S9j7BBEeNZDr-288" value="">
          <mxGeometry relative="1" as="geometry" />
        </mxCell>
        <mxCell id="l-Gm7z34S9j7BBEeNZDr-284" parent="1" style="whiteSpace=wrap;html=1;rounded=1;shadow=1;strokeWidth=2;fontSize=18;align=center;fillColor=#f5f5f5;strokeColor=#666666;verticalAlign=bottom;fontStyle=1" value="&lt;font face=&quot;calibri, sans-serif&quot;&gt;धणबीर राई&lt;br&gt;&lt;/font&gt;" vertex="1">
          <mxGeometry height="36" width="120" x="69.38999999999982" y="2810" as="geometry" />
        </mxCell>
        <mxCell id="l-Gm7z34S9j7BBEeNZDr-295" edge="1" parent="1" source="l-Gm7z34S9j7BBEeNZDr-288" style="edgeStyle=orthogonalEdgeStyle;rounded=0;orthogonalLoop=1;jettySize=auto;html=1;" target="l-Gm7z34S9j7BBEeNZDr-292">
          <mxGeometry relative="1" as="geometry">
            <Array as="points">
              <mxPoint x="129.39" y="2950" />
              <mxPoint x="169.39" y="2950" />
            </Array>
          </mxGeometry>
        </mxCell>
        <mxCell id="l-Gm7z34S9j7BBEeNZDr-296" edge="1" parent="1" source="l-Gm7z34S9j7BBEeNZDr-288" style="edgeStyle=orthogonalEdgeStyle;rounded=0;orthogonalLoop=1;jettySize=auto;html=1;" target="l-Gm7z34S9j7BBEeNZDr-289">
          <mxGeometry relative="1" as="geometry">
            <Array as="points">
              <mxPoint x="129.39" y="2950" />
              <mxPoint x="319.39" y="2950" />
            </Array>
          </mxGeometry>
        </mxCell>
        <mxCell id="l-Gm7z34S9j7BBEeNZDr-288" parent="1" style="whiteSpace=wrap;html=1;rounded=1;shadow=1;strokeWidth=2;fontSize=18;align=center;fillColor=#f5f5f5;strokeColor=#666666;verticalAlign=bottom;fontStyle=1" value="&lt;font face=&quot;calibri, sans-serif&quot;&gt;बलिकर्ण राई&lt;br&gt;&lt;/font&gt;" vertex="1">
          <mxGeometry height="36" width="120" x="69.38999999999993" y="2890" as="geometry" />
        </mxCell>
        <mxCell id="l-Gm7z34S9j7BBEeNZDr-318" edge="1" parent="1" source="l-Gm7z34S9j7BBEeNZDr-289" style="edgeStyle=orthogonalEdgeStyle;rounded=0;orthogonalLoop=1;jettySize=auto;html=1;" target="l-Gm7z34S9j7BBEeNZDr-317" value="">
          <mxGeometry relative="1" as="geometry" />
        </mxCell>
        <mxCell id="l-Gm7z34S9j7BBEeNZDr-289" parent="1" style="whiteSpace=wrap;html=1;rounded=1;shadow=1;strokeWidth=2;fontSize=18;align=center;fillColor=#f5f5f5;strokeColor=#666666;verticalAlign=bottom;fontStyle=1" value="&lt;p class=&quot;MsoNormal&quot; style=&quot;margin-bottom: 0.0001pt; line-height: normal;&quot;&gt;&lt;span style=&quot;line-height: 107%; font-family: calibri, sans-serif;&quot;&gt;नरदल याक्खा&lt;/span&gt;&lt;br&gt;&lt;/p&gt;" vertex="1">
          <mxGeometry height="36" width="120" x="259.38999999999976" y="2980" as="geometry" />
        </mxCell>
        <mxCell id="l-Gm7z34S9j7BBEeNZDr-292" parent="1" style="whiteSpace=wrap;html=1;rounded=1;shadow=1;strokeWidth=2;fontSize=18;align=center;fillColor=#f5f5f5;strokeColor=#666666;verticalAlign=bottom;fontStyle=1" value="&lt;p class=&quot;MsoNormal&quot; style=&quot;margin-bottom: 0.0001pt; line-height: normal;&quot;&gt;&lt;span style=&quot;line-height: 107%; font-family: calibri, sans-serif;&quot;&gt;हितमान&lt;/span&gt;&lt;br&gt;&lt;/p&gt;" vertex="1">
          <mxGeometry height="36" width="120" x="109.67999999999999" y="2980" as="geometry" />
        </mxCell>
        <mxCell id="l-Gm7z34S9j7BBEeNZDr-297" parent="1" style="whiteSpace=wrap;html=1;rounded=1;shadow=1;strokeWidth=2;fontSize=18;align=center;fillColor=none;strokeColor=none;verticalAlign=bottom;fontStyle=1;labelBackgroundColor=none;" value="&lt;p class=&quot;MsoNormal&quot; style=&quot;margin-bottom: 0.0001pt; line-height: normal;&quot;&gt;&lt;span style=&quot;text-wrap-mode: nowrap;&quot;&gt;१३&lt;/span&gt;&lt;/p&gt;" vertex="1">
          <mxGeometry height="36" width="44.71" x="174.67999999999998" y="2640" as="geometry" />
        </mxCell>
        <mxCell id="l-Gm7z34S9j7BBEeNZDr-298" parent="1" style="whiteSpace=wrap;html=1;rounded=1;shadow=1;strokeWidth=2;fontSize=18;align=center;fillColor=none;strokeColor=none;verticalAlign=bottom;fontStyle=1;labelBackgroundColor=none;" value="&lt;p class=&quot;MsoNormal&quot; style=&quot;margin-bottom: 0.0001pt; line-height: normal;&quot;&gt;&lt;span style=&quot;text-wrap-mode: nowrap;&quot;&gt;१४&lt;/span&gt;&lt;/p&gt;" vertex="1">
          <mxGeometry height="36" width="44.71" x="24.680000000000007" y="2732" as="geometry" />
        </mxCell>
        <mxCell id="l-Gm7z34S9j7BBEeNZDr-299" parent="1" style="whiteSpace=wrap;html=1;rounded=1;shadow=1;strokeWidth=2;fontSize=18;align=center;fillColor=none;strokeColor=none;verticalAlign=bottom;fontStyle=1;labelBackgroundColor=none;" value="&lt;p class=&quot;MsoNormal&quot; style=&quot;margin-bottom: 0.0001pt; line-height: normal;&quot;&gt;&lt;span style=&quot;text-wrap-mode: nowrap;&quot;&gt;१५&lt;/span&gt;&lt;/p&gt;" vertex="1">
          <mxGeometry height="36" width="44.71" x="24.680000000000007" y="2810" as="geometry" />
        </mxCell>
        <mxCell id="l-Gm7z34S9j7BBEeNZDr-300" parent="1" style="whiteSpace=wrap;html=1;rounded=1;shadow=1;strokeWidth=2;fontSize=18;align=center;fillColor=none;strokeColor=none;verticalAlign=bottom;fontStyle=1;labelBackgroundColor=none;" value="&lt;p class=&quot;MsoNormal&quot; style=&quot;margin-bottom: 0.0001pt; line-height: normal;&quot;&gt;&lt;span style=&quot;text-wrap-mode: nowrap;&quot;&gt;१६&lt;/span&gt;&lt;/p&gt;" vertex="1">
          <mxGeometry height="36" width="44.71" x="24.680000000000007" y="2890" as="geometry" />
        </mxCell>
        <mxCell id="l-Gm7z34S9j7BBEeNZDr-301" parent="1" style="whiteSpace=wrap;html=1;rounded=1;shadow=1;strokeWidth=2;fontSize=18;align=center;fillColor=none;strokeColor=none;verticalAlign=bottom;fontStyle=1;labelBackgroundColor=none;" value="&lt;p class=&quot;MsoNormal&quot; style=&quot;margin-bottom: 0.0001pt; line-height: normal;&quot;&gt;&lt;span style=&quot;text-wrap-mode: nowrap;&quot;&gt;१७&lt;/span&gt;&lt;/p&gt;" vertex="1">
          <mxGeometry height="36" width="44.71" x="64.97" y="2980" as="geometry" />
        </mxCell>
        <mxCell id="l-Gm7z34S9j7BBEeNZDr-326" edge="1" parent="1" source="l-Gm7z34S9j7BBEeNZDr-302" style="edgeStyle=orthogonalEdgeStyle;rounded=0;orthogonalLoop=1;jettySize=auto;html=1;" target="l-Gm7z34S9j7BBEeNZDr-303" value="">
          <mxGeometry relative="1" as="geometry" />
        </mxCell>
        <mxCell id="l-Gm7z34S9j7BBEeNZDr-302" parent="1" style="whiteSpace=wrap;html=1;rounded=1;shadow=1;strokeWidth=2;fontSize=17;align=center;fillColor=#f5f5f5;strokeColor=#666666;verticalAlign=bottom;fontStyle=1" value="&lt;font face=&quot;calibri, sans-serif&quot;&gt;&lt;span&gt;: : भातराई &amp;nbsp;- &lt;span&gt;वंअ&lt;/span&gt;&lt;/span&gt;&lt;span&gt;&amp;nbsp;&lt;/span&gt;&lt;br&gt;&lt;/font&gt;" vertex="1">
          <mxGeometry height="36" width="120" x="547.4099999999994" y="2732" as="geometry" />
        </mxCell>
        <mxCell id="l-Gm7z34S9j7BBEeNZDr-327" edge="1" parent="1" source="l-Gm7z34S9j7BBEeNZDr-303" style="edgeStyle=orthogonalEdgeStyle;rounded=0;orthogonalLoop=1;jettySize=auto;html=1;" target="l-Gm7z34S9j7BBEeNZDr-304" value="">
          <mxGeometry relative="1" as="geometry" />
        </mxCell>
        <mxCell id="l-Gm7z34S9j7BBEeNZDr-303" parent="1" style="whiteSpace=wrap;html=1;rounded=1;shadow=1;strokeWidth=2;fontSize=17;align=center;fillColor=#f5f5f5;strokeColor=#666666;verticalAlign=bottom;fontStyle=1" value="&lt;p class=&quot;MsoNormal&quot; style=&quot;margin-bottom: 0.0001pt; line-height: normal;&quot;&gt;&lt;span style=&quot;line-height: 107%; font-family: calibri, sans-serif;&quot;&gt;खेल्लुवाहाँ&lt;/span&gt;&lt;br&gt;&lt;/p&gt;" vertex="1">
          <mxGeometry height="36" width="120" x="547.4099999999994" y="2810" as="geometry" />
        </mxCell>
        <mxCell id="l-Gm7z34S9j7BBEeNZDr-328" edge="1" parent="1" source="l-Gm7z34S9j7BBEeNZDr-304" style="edgeStyle=orthogonalEdgeStyle;rounded=0;orthogonalLoop=1;jettySize=auto;html=1;entryX=0.5;entryY=0;entryDx=0;entryDy=0;" target="l-Gm7z34S9j7BBEeNZDr-305">
          <mxGeometry relative="1" as="geometry" />
        </mxCell>
        <mxCell id="l-Gm7z34S9j7BBEeNZDr-329" edge="1" parent="1" source="l-Gm7z34S9j7BBEeNZDr-304" style="edgeStyle=orthogonalEdgeStyle;rounded=0;orthogonalLoop=1;jettySize=auto;html=1;" target="l-Gm7z34S9j7BBEeNZDr-306">
          <mxGeometry relative="1" as="geometry" />
        </mxCell>
        <mxCell id="l-Gm7z34S9j7BBEeNZDr-304" parent="1" style="whiteSpace=wrap;html=1;rounded=1;shadow=1;strokeWidth=2;fontSize=17;align=center;fillColor=#f5f5f5;strokeColor=#666666;verticalAlign=bottom;fontStyle=1" value="&lt;p class=&quot;MsoNormal&quot; style=&quot;margin-bottom: 0.0001pt; line-height: normal;&quot;&gt;&lt;span style=&quot;line-height: 107%; font-family: calibri, sans-serif;&quot;&gt;कावी राई&lt;/span&gt;&lt;br&gt;&lt;/p&gt;" vertex="1">
          <mxGeometry height="36" width="120" x="547.4099999999994" y="2890" as="geometry" />
        </mxCell>
        <mxCell id="l-Gm7z34S9j7BBEeNZDr-331" edge="1" parent="1" source="l-Gm7z34S9j7BBEeNZDr-305" style="edgeStyle=orthogonalEdgeStyle;rounded=0;orthogonalLoop=1;jettySize=auto;html=1;" target="l-Gm7z34S9j7BBEeNZDr-308" value="">
          <mxGeometry relative="1" as="geometry" />
        </mxCell>
        <mxCell id="l-Gm7z34S9j7BBEeNZDr-305" parent="1" style="whiteSpace=wrap;html=1;rounded=1;shadow=1;strokeWidth=2;fontSize=17;align=center;fillColor=#f5f5f5;strokeColor=#666666;verticalAlign=bottom;fontStyle=1" value="&lt;p class=&quot;MsoNormal&quot; style=&quot;margin-bottom: 0.0001pt; line-height: normal;&quot;&gt;&lt;span style=&quot;line-height: 107%; font-family: calibri, sans-serif;&quot;&gt;गैनन्द&amp;nbsp;&lt;/span&gt;&lt;br&gt;&lt;/p&gt;" vertex="1">
          <mxGeometry height="36" width="120" x="472.41000000000037" y="2980" as="geometry" />
        </mxCell>
        <mxCell id="l-Gm7z34S9j7BBEeNZDr-330" edge="1" parent="1" source="l-Gm7z34S9j7BBEeNZDr-306" style="edgeStyle=orthogonalEdgeStyle;rounded=0;orthogonalLoop=1;jettySize=auto;html=1;" target="l-Gm7z34S9j7BBEeNZDr-307" value="">
          <mxGeometry relative="1" as="geometry" />
        </mxCell>
        <mxCell id="l-Gm7z34S9j7BBEeNZDr-306" parent="1" style="whiteSpace=wrap;html=1;rounded=1;shadow=1;strokeWidth=2;fontSize=17;align=center;fillColor=#f5f5f5;strokeColor=#666666;verticalAlign=bottom;fontStyle=1" value="&lt;p class=&quot;MsoNormal&quot; style=&quot;margin-bottom: 0.0001pt; line-height: normal;&quot;&gt;&lt;span style=&quot;line-height: 107%; font-family: calibri, sans-serif;&quot;&gt;पन्धा राई&amp;nbsp;&lt;/span&gt;&lt;br&gt;&lt;/p&gt;" vertex="1">
          <mxGeometry height="36" width="120" x="622.4099999999997" y="2980" as="geometry" />
        </mxCell>
        <mxCell id="l-Gm7z34S9j7BBEeNZDr-307" parent="1" style="whiteSpace=wrap;html=1;rounded=1;shadow=1;strokeWidth=2;fontSize=17;align=center;fillColor=#f5f5f5;strokeColor=#666666;verticalAlign=bottom;fontStyle=1" value="&lt;p class=&quot;MsoNormal&quot; style=&quot;margin-bottom: 0.0001pt; line-height: normal;&quot;&gt;&lt;/p&gt;&lt;font face=&quot;calibri, sans-serif&quot;&gt;अम्बसिं राई&lt;/font&gt;" vertex="1">
          <mxGeometry height="36" width="120" x="622.4099999999996" y="3060" as="geometry" />
        </mxCell>
        <mxCell id="l-Gm7z34S9j7BBEeNZDr-336" edge="1" parent="1" source="l-Gm7z34S9j7BBEeNZDr-308" style="edgeStyle=orthogonalEdgeStyle;rounded=0;orthogonalLoop=1;jettySize=auto;html=1;" target="l-Gm7z34S9j7BBEeNZDr-309">
          <mxGeometry relative="1" as="geometry">
            <Array as="points">
              <mxPoint x="532" y="3120" />
              <mxPoint x="307" y="3120" />
            </Array>
          </mxGeometry>
        </mxCell>
        <mxCell id="l-Gm7z34S9j7BBEeNZDr-337" edge="1" parent="1" source="l-Gm7z34S9j7BBEeNZDr-308" style="edgeStyle=orthogonalEdgeStyle;rounded=0;orthogonalLoop=1;jettySize=auto;html=1;" target="l-Gm7z34S9j7BBEeNZDr-310">
          <mxGeometry relative="1" as="geometry">
            <Array as="points">
              <mxPoint x="532" y="3120" />
              <mxPoint x="455" y="3120" />
            </Array>
          </mxGeometry>
        </mxCell>
        <mxCell id="l-Gm7z34S9j7BBEeNZDr-338" edge="1" parent="1" source="l-Gm7z34S9j7BBEeNZDr-308" style="edgeStyle=orthogonalEdgeStyle;rounded=0;orthogonalLoop=1;jettySize=auto;html=1;" target="l-Gm7z34S9j7BBEeNZDr-315">
          <mxGeometry relative="1" as="geometry">
            <Array as="points">
              <mxPoint x="532" y="3120" />
              <mxPoint x="747" y="3120" />
            </Array>
          </mxGeometry>
        </mxCell>
        <mxCell id="l-Gm7z34S9j7BBEeNZDr-339" edge="1" parent="1" source="l-Gm7z34S9j7BBEeNZDr-308" style="edgeStyle=orthogonalEdgeStyle;rounded=0;orthogonalLoop=1;jettySize=auto;html=1;" target="l-Gm7z34S9j7BBEeNZDr-314">
          <mxGeometry relative="1" as="geometry">
            <Array as="points">
              <mxPoint x="532" y="3120" />
              <mxPoint x="602" y="3120" />
            </Array>
          </mxGeometry>
        </mxCell>
        <mxCell id="l-Gm7z34S9j7BBEeNZDr-308" parent="1" style="whiteSpace=wrap;html=1;rounded=1;shadow=1;strokeWidth=2;fontSize=17;align=center;fillColor=#f5f5f5;strokeColor=#666666;verticalAlign=bottom;fontStyle=1" value="&lt;p class=&quot;MsoNormal&quot; style=&quot;margin-bottom: 0.0001pt; line-height: normal;&quot;&gt;&lt;span style=&quot;line-height: 107%; font-family: calibri, sans-serif;&quot;&gt;बलवान्&lt;/span&gt;&lt;br&gt;&lt;/p&gt;" vertex="1">
          <mxGeometry height="36" width="120" x="472.4099999999993" y="3060" as="geometry" />
        </mxCell>
        <mxCell id="l-Gm7z34S9j7BBEeNZDr-309" parent="1" style="whiteSpace=wrap;html=1;rounded=1;shadow=1;strokeWidth=2;fontSize=18;align=center;fillColor=#f5f5f5;strokeColor=#666666;verticalAlign=bottom;fontStyle=1" value="&lt;p class=&quot;MsoNormal&quot; style=&quot;margin-bottom: 0.0001pt; line-height: normal;&quot;&gt;&lt;span style=&quot;line-height: 107%; font-family: calibri, sans-serif;&quot;&gt;रनगन्ज&lt;/span&gt;&lt;br&gt;&lt;/p&gt;" vertex="1">
          <mxGeometry height="36" width="120" x="246.86999999999995" y="3140" as="geometry" />
        </mxCell>
        <mxCell id="l-Gm7z34S9j7BBEeNZDr-310" parent="1" style="whiteSpace=wrap;html=1;rounded=1;shadow=1;strokeWidth=2;fontSize=18;align=center;fillColor=#f5f5f5;strokeColor=#666666;verticalAlign=bottom;fontStyle=1" value="&lt;p class=&quot;MsoNormal&quot; style=&quot;margin-bottom: 0.0001pt; line-height: normal;&quot;&gt;&lt;span style=&quot;line-height: 107%; font-family: calibri, sans-serif;&quot;&gt;&amp;nbsp;खपनसिङ्&lt;/span&gt;&lt;br&gt;&lt;/p&gt;" vertex="1">
          <mxGeometry height="36" width="120" x="395.0999999999992" y="3140" as="geometry" />
        </mxCell>
        <mxCell id="l-Gm7z34S9j7BBEeNZDr-311" parent="1" style="text;whiteSpace=wrap;html=1;fontSize=18;align=center;" value="&lt;span style=&quot;font-family: calibri, sans-serif; font-weight: 700;&quot;&gt;(हिटीघर-फतुरेजग्गा)&lt;/span&gt;" vertex="1">
          <mxGeometry height="36" width="156.13" x="377.03" y="3176" as="geometry" />
        </mxCell>
        <mxCell id="l-Gm7z34S9j7BBEeNZDr-312" parent="1" style="text;whiteSpace=wrap;html=1;fontSize=18;align=center;" value="&lt;span style=&quot;color: rgb(0, 0, 0); font-family: calibri, sans-serif; font-style: normal; font-variant-ligatures: normal; font-variant-caps: normal; font-weight: 700; letter-spacing: normal; orphans: 2; text-indent: 0px; text-transform: none; widows: 2; word-spacing: 0px; -webkit-text-stroke-width: 0px; white-space: normal; background-color: rgb(236, 236, 236); text-decoration-thickness: initial; text-decoration-style: initial; text-decoration-color: initial; float: none; display: inline !important;&quot;&gt;(भिरमुनि)&lt;/span&gt;" vertex="1">
          <mxGeometry height="36" width="120" x="244.99999999999955" y="3176" as="geometry" />
        </mxCell>
        <mxCell id="l-Gm7z34S9j7BBEeNZDr-313" parent="1" style="text;whiteSpace=wrap;html=1;fontSize=18;align=center;" value="&lt;span&gt;&lt;font face=&quot;calibri, sans-serif&quot;&gt;&lt;span&gt;&lt;b&gt;(लामाटोले)&lt;/b&gt;&lt;/span&gt;&lt;/font&gt;&lt;/span&gt;" vertex="1">
          <mxGeometry height="36" width="120" x="541.7399999999993" y="3176" as="geometry" />
        </mxCell>
        <mxCell id="l-Gm7z34S9j7BBEeNZDr-314" parent="1" style="whiteSpace=wrap;html=1;rounded=1;shadow=1;strokeWidth=2;fontSize=18;align=center;fillColor=#f5f5f5;strokeColor=#666666;verticalAlign=bottom;fontStyle=1" value="&lt;p class=&quot;MsoNormal&quot; style=&quot;margin-bottom: 0.0001pt; line-height: normal;&quot;&gt;&lt;span style=&quot;line-height: 107%; font-family: calibri, sans-serif;&quot;&gt;पुुनुकसिङ्&lt;/span&gt;&lt;br&gt;&lt;/p&gt;" vertex="1">
          <mxGeometry height="36" width="120" x="541.74" y="3140" as="geometry" />
        </mxCell>
        <mxCell id="l-Gm7z34S9j7BBEeNZDr-315" parent="1" style="whiteSpace=wrap;html=1;rounded=1;shadow=1;strokeWidth=2;fontSize=18;align=center;fillColor=#f5f5f5;strokeColor=#666666;verticalAlign=bottom;fontStyle=1" value="&lt;p class=&quot;MsoNormal&quot; style=&quot;margin-bottom: 0.0001pt; line-height: normal;&quot;&gt;&lt;span style=&quot;line-height: 107%; font-family: calibri, sans-serif;&quot;&gt;आसाराम&lt;/span&gt;&lt;br&gt;&lt;/p&gt;" vertex="1">
          <mxGeometry height="36" width="120" x="687.3500000000001" y="3140" as="geometry" />
        </mxCell>
        <mxCell id="l-Gm7z34S9j7BBEeNZDr-316" parent="1" style="text;whiteSpace=wrap;html=1;fontSize=18;align=center;" value="&lt;div&gt;&lt;font face=&quot;calibri, sans-serif&quot;&gt;&lt;span&gt;&lt;b&gt;(&lt;/b&gt;&lt;/span&gt;&lt;/font&gt;&lt;b style=&quot;background-color: transparent; color: light-dark(rgb(0, 0, 0), rgb(255, 255, 255)); font-family: calibri, sans-serif;&quot;&gt;सिमले&lt;/b&gt;&lt;b style=&quot;font-family: calibri, sans-serif; background-color: transparent; color: light-dark(rgb(0, 0, 0), rgb(255, 255, 255));&quot;&gt;)&lt;/b&gt;&lt;/div&gt;" vertex="1">
          <mxGeometry height="36" width="120" x="687.3499999999997" y="3176" as="geometry" />
        </mxCell>
        <mxCell id="l-Gm7z34S9j7BBEeNZDr-317" parent="1" style="whiteSpace=wrap;html=1;rounded=1;shadow=1;strokeWidth=2;fontSize=17;align=center;fillColor=#f5f5f5;strokeColor=#666666;verticalAlign=bottom;fontStyle=1" value="श्रीधोज" vertex="1">
          <mxGeometry height="36" width="120" x="259.39" y="3060" as="geometry" />
        </mxCell>
        <mxCell id="l-Gm7z34S9j7BBEeNZDr-319" parent="1" style="whiteSpace=wrap;html=1;rounded=1;shadow=1;strokeWidth=2;fontSize=18;align=center;fillColor=none;strokeColor=none;verticalAlign=bottom;fontStyle=1;labelBackgroundColor=none;" value="&lt;p class=&quot;MsoNormal&quot; style=&quot;margin-bottom: 0.0001pt; line-height: normal;&quot;&gt;&lt;span style=&quot;text-wrap-mode: nowrap;&quot;&gt;१८&lt;/span&gt;&lt;/p&gt;" vertex="1">
          <mxGeometry height="36" width="44.71" x="214.68" y="3060" as="geometry" />
        </mxCell>
        <mxCell id="l-Gm7z34S9j7BBEeNZDr-340" parent="1" style="whiteSpace=wrap;html=1;rounded=1;shadow=1;strokeWidth=2;fontSize=18;align=center;fillColor=none;strokeColor=none;verticalAlign=bottom;fontStyle=1;labelBackgroundColor=none;" value="&lt;p class=&quot;MsoNormal&quot; style=&quot;margin-bottom: 0.0001pt; line-height: normal;&quot;&gt;&lt;span style=&quot;text-wrap-mode: nowrap;&quot;&gt;१८&lt;/span&gt;&lt;/p&gt;" vertex="1">
          <mxGeometry height="36" width="44.71" x="425" y="3060" as="geometry" />
        </mxCell>
        <mxCell id="l-Gm7z34S9j7BBEeNZDr-341" parent="1" style="whiteSpace=wrap;html=1;rounded=1;shadow=1;strokeWidth=2;fontSize=18;align=center;fillColor=none;strokeColor=none;verticalAlign=bottom;fontStyle=1;labelBackgroundColor=none;" value="&lt;p class=&quot;MsoNormal&quot; style=&quot;margin-bottom: 0.0001pt; line-height: normal;&quot;&gt;&lt;span style=&quot;text-wrap-mode: nowrap;&quot;&gt;१७&lt;/span&gt;&lt;/p&gt;" vertex="1">
          <mxGeometry height="36" width="44.71" x="429.08" y="2980" as="geometry" />
        </mxCell>
        <mxCell id="l-Gm7z34S9j7BBEeNZDr-342" parent="1" style="whiteSpace=wrap;html=1;rounded=1;shadow=1;strokeWidth=2;fontSize=18;align=center;fillColor=none;strokeColor=none;verticalAlign=bottom;fontStyle=1;labelBackgroundColor=none;" value="&lt;p class=&quot;MsoNormal&quot; style=&quot;margin-bottom: 0.0001pt; line-height: normal;&quot;&gt;&lt;span style=&quot;text-wrap-mode: nowrap;&quot;&gt;१६&lt;/span&gt;&lt;/p&gt;" vertex="1">
          <mxGeometry height="36" width="44.71" x="502.7" y="2890" as="geometry" />
        </mxCell>
        <mxCell id="l-Gm7z34S9j7BBEeNZDr-344" parent="1" style="whiteSpace=wrap;html=1;rounded=1;shadow=1;strokeWidth=2;fontSize=18;align=center;fillColor=none;strokeColor=none;verticalAlign=bottom;fontStyle=1;labelBackgroundColor=none;" value="&lt;p class=&quot;MsoNormal&quot; style=&quot;margin-bottom: 0.0001pt; line-height: normal;&quot;&gt;&lt;span style=&quot;text-wrap-mode: nowrap;&quot;&gt;१५&lt;/span&gt;&lt;/p&gt;" vertex="1">
          <mxGeometry height="36" width="44.71" x="502.7" y="2810" as="geometry" />
        </mxCell>
        <mxCell id="l-Gm7z34S9j7BBEeNZDr-345" parent="1" style="whiteSpace=wrap;html=1;rounded=1;shadow=1;strokeWidth=2;fontSize=18;align=center;fillColor=none;strokeColor=none;verticalAlign=bottom;fontStyle=1;labelBackgroundColor=none;" value="&lt;p class=&quot;MsoNormal&quot; style=&quot;margin-bottom: 0.0001pt; line-height: normal;&quot;&gt;&lt;span style=&quot;text-wrap-mode: nowrap;&quot;&gt;१४&lt;/span&gt;&lt;/p&gt;" vertex="1">
          <mxGeometry height="36" width="44.71" x="502.7" y="2730" as="geometry" />
        </mxCell>
        <mxCell id="l-Gm7z34S9j7BBEeNZDr-346" parent="1" style="whiteSpace=wrap;html=1;rounded=1;shadow=1;strokeWidth=2;fontSize=18;align=center;fillColor=none;strokeColor=none;verticalAlign=bottom;fontStyle=1;labelBackgroundColor=none;" value="&lt;p class=&quot;MsoNormal&quot; style=&quot;margin-bottom: 0.0001pt; line-height: normal;&quot;&gt;&lt;span style=&quot;text-wrap-mode: nowrap;&quot;&gt;१३&lt;/span&gt;&lt;/p&gt;" vertex="1">
          <mxGeometry height="36" width="44.71" x="498.99" y="2640" as="geometry" />
        </mxCell>
        <mxCell id="l-Gm7z34S9j7BBEeNZDr-347" parent="1" style="whiteSpace=wrap;html=1;rounded=1;shadow=1;strokeWidth=2;fontSize=18;align=center;fillColor=none;strokeColor=none;verticalAlign=bottom;fontStyle=1;labelBackgroundColor=none;" value="&lt;p class=&quot;MsoNormal&quot; style=&quot;margin-bottom: 0.0001pt; line-height: normal;&quot;&gt;&lt;span style=&quot;text-wrap-mode: nowrap;&quot;&gt;१९&lt;/span&gt;&lt;/p&gt;" vertex="1">
          <mxGeometry height="36" width="44.71" x="200.29" y="3140" as="geometry" />
        </mxCell>
+         <mxCell id="l-Gm7z34S9j7BBEeNZDr-364" edge="1" parent="1" source="l-Gm7z34S9j7BBEeNZDr-353" style="edgeStyle=orthogonalEdgeStyle;rounded=0;orthogonalLoop=1;jettySize=auto;html=1;fontSize=18;" target="l-Gm7z34S9j7BBEeNZDr-355">
+           <mxGeometry relative="1" as="geometry">
+             <Array as="points">
+               <mxPoint x="427" y="3410" />
+               <mxPoint x="180" y="3410" />
+             </Array>
+           </mxGeometry>
+         </mxCell>
+         <mxCell id="l-Gm7z34S9j7BBEeNZDr-365" edge="1" parent="1" source="l-Gm7z34S9j7BBEeNZDr-353" style="edgeStyle=orthogonalEdgeStyle;rounded=0;orthogonalLoop=1;jettySize=auto;html=1;fontSize=18;" target="l-Gm7z34S9j7BBEeNZDr-356">
+           <mxGeometry relative="1" as="geometry">
+             <Array as="points">
+               <mxPoint x="427" y="3410" />
+               <mxPoint x="342" y="3410" />
+             </Array>
+           </mxGeometry>
+         </mxCell>
+         <mxCell id="l-Gm7z34S9j7BBEeNZDr-366" edge="1" parent="1" source="l-Gm7z34S9j7BBEeNZDr-353" style="edgeStyle=orthogonalEdgeStyle;rounded=0;orthogonalLoop=1;jettySize=auto;html=1;fontSize=18;" target="l-Gm7z34S9j7BBEeNZDr-354">
+           <mxGeometry relative="1" as="geometry">
+             <Array as="points">
+               <mxPoint x="427" y="3410" />
+               <mxPoint x="665" y="3410" />
+             </Array>
+           </mxGeometry>
+         </mxCell>
+         <mxCell id="l-Gm7z34S9j7BBEeNZDr-367" edge="1" parent="1" source="l-Gm7z34S9j7BBEeNZDr-353" style="edgeStyle=orthogonalEdgeStyle;rounded=0;orthogonalLoop=1;jettySize=auto;html=1;fontSize=18;" target="l-Gm7z34S9j7BBEeNZDr-357">
+           <mxGeometry relative="1" as="geometry">
+             <Array as="points">
+               <mxPoint x="427" y="3410" />
+               <mxPoint x="500" y="3410" />
+             </Array>
+           </mxGeometry>
+         </mxCell>
+         <mxCell id="l-Gm7z34S9j7BBEeNZDr-353" parent="1" style="whiteSpace=wrap;html=1;rounded=1;shadow=1;strokeWidth=2;fontSize=18;align=center;fillColor=#f5f5f5;strokeColor=#666666;verticalAlign=bottom;fontStyle=1" value="&lt;p class=&quot;MsoNormal&quot; style=&quot;margin-bottom: 0.0001pt; line-height: normal;&quot;&gt;&lt;span style=&quot;line-height: 107%; font-family: calibri, sans-serif;&quot;&gt;हितमान&lt;/span&gt;&lt;br&gt;&lt;/p&gt;" vertex="1">
+           <mxGeometry height="36" width="120" x="366.8700000000004" y="3350" as="geometry" />
+         </mxCell>
+         <mxCell id="l-Gm7z34S9j7BBEeNZDr-354" parent="1" style="whiteSpace=wrap;html=1;rounded=1;shadow=1;strokeWidth=2;fontSize=18;align=center;fillColor=#f5f5f5;strokeColor=#666666;verticalAlign=bottom;fontStyle=1" value="&lt;p class=&quot;MsoNormal&quot; style=&quot;margin-bottom: 0.0001pt; line-height: normal;&quot;&gt;&lt;span style=&quot;line-height: 107%; font-family: calibri, sans-serif;&quot;&gt;मानपती&lt;/span&gt;&lt;br&gt;&lt;/p&gt;" vertex="1">
+           <mxGeometry height="36" width="120" x="604.9999999999997" y="3440" as="geometry" />
+         </mxCell>
+         <mxCell id="l-Gm7z34S9j7BBEeNZDr-355" parent="1" style="whiteSpace=wrap;html=1;rounded=1;shadow=1;strokeWidth=2;fontSize=18;align=center;fillColor=#f5f5f5;strokeColor=#666666;verticalAlign=bottom;fontStyle=1" value="बखतजंग" vertex="1">
+           <mxGeometry height="36" width="120" x="120" y="3440" as="geometry" />
+         </mxCell>
+         <mxCell id="l-Gm7z34S9j7BBEeNZDr-356" parent="1" style="whiteSpace=wrap;html=1;rounded=1;shadow=1;strokeWidth=2;fontSize=18;align=center;fillColor=#f5f5f5;strokeColor=#666666;verticalAlign=bottom;fontStyle=1" value="फतुरे /&amp;nbsp;हेलुवा" vertex="1">
+           <mxGeometry height="36" width="120" x="282.3500000000005" y="3440" as="geometry" />
+         </mxCell>
+         <mxCell id="l-Gm7z34S9j7BBEeNZDr-357" parent="1" style="whiteSpace=wrap;html=1;rounded=1;shadow=1;strokeWidth=2;fontSize=18;align=center;fillColor=#f5f5f5;strokeColor=#666666;verticalAlign=bottom;fontStyle=1" value="आइमान" vertex="1">
+           <mxGeometry height="36" width="120" x="440.00000000000006" y="3440" as="geometry" />
+         </mxCell>
+         <mxCell id="l-Gm7z34S9j7BBEeNZDr-359" parent="1" style="whiteSpace=wrap;html=1;rounded=1;shadow=1;strokeWidth=2;fontSize=18;align=center;fillColor=none;strokeColor=none;verticalAlign=bottom;fontStyle=1;labelBackgroundColor=none;" value="&lt;p class=&quot;MsoNormal&quot; style=&quot;margin-bottom: 0.0001pt; line-height: normal;&quot;&gt;&lt;span style=&quot;text-wrap-mode: nowrap;&quot;&gt;१७&lt;/span&gt;&lt;/p&gt;" vertex="1">
+           <mxGeometry height="36" width="44.71" x="319.99999999999994" y="3350" as="geometry" />
+         </mxCell>
      </root>
    </mxGraphModel>
  </diagram>
</mxfile>
